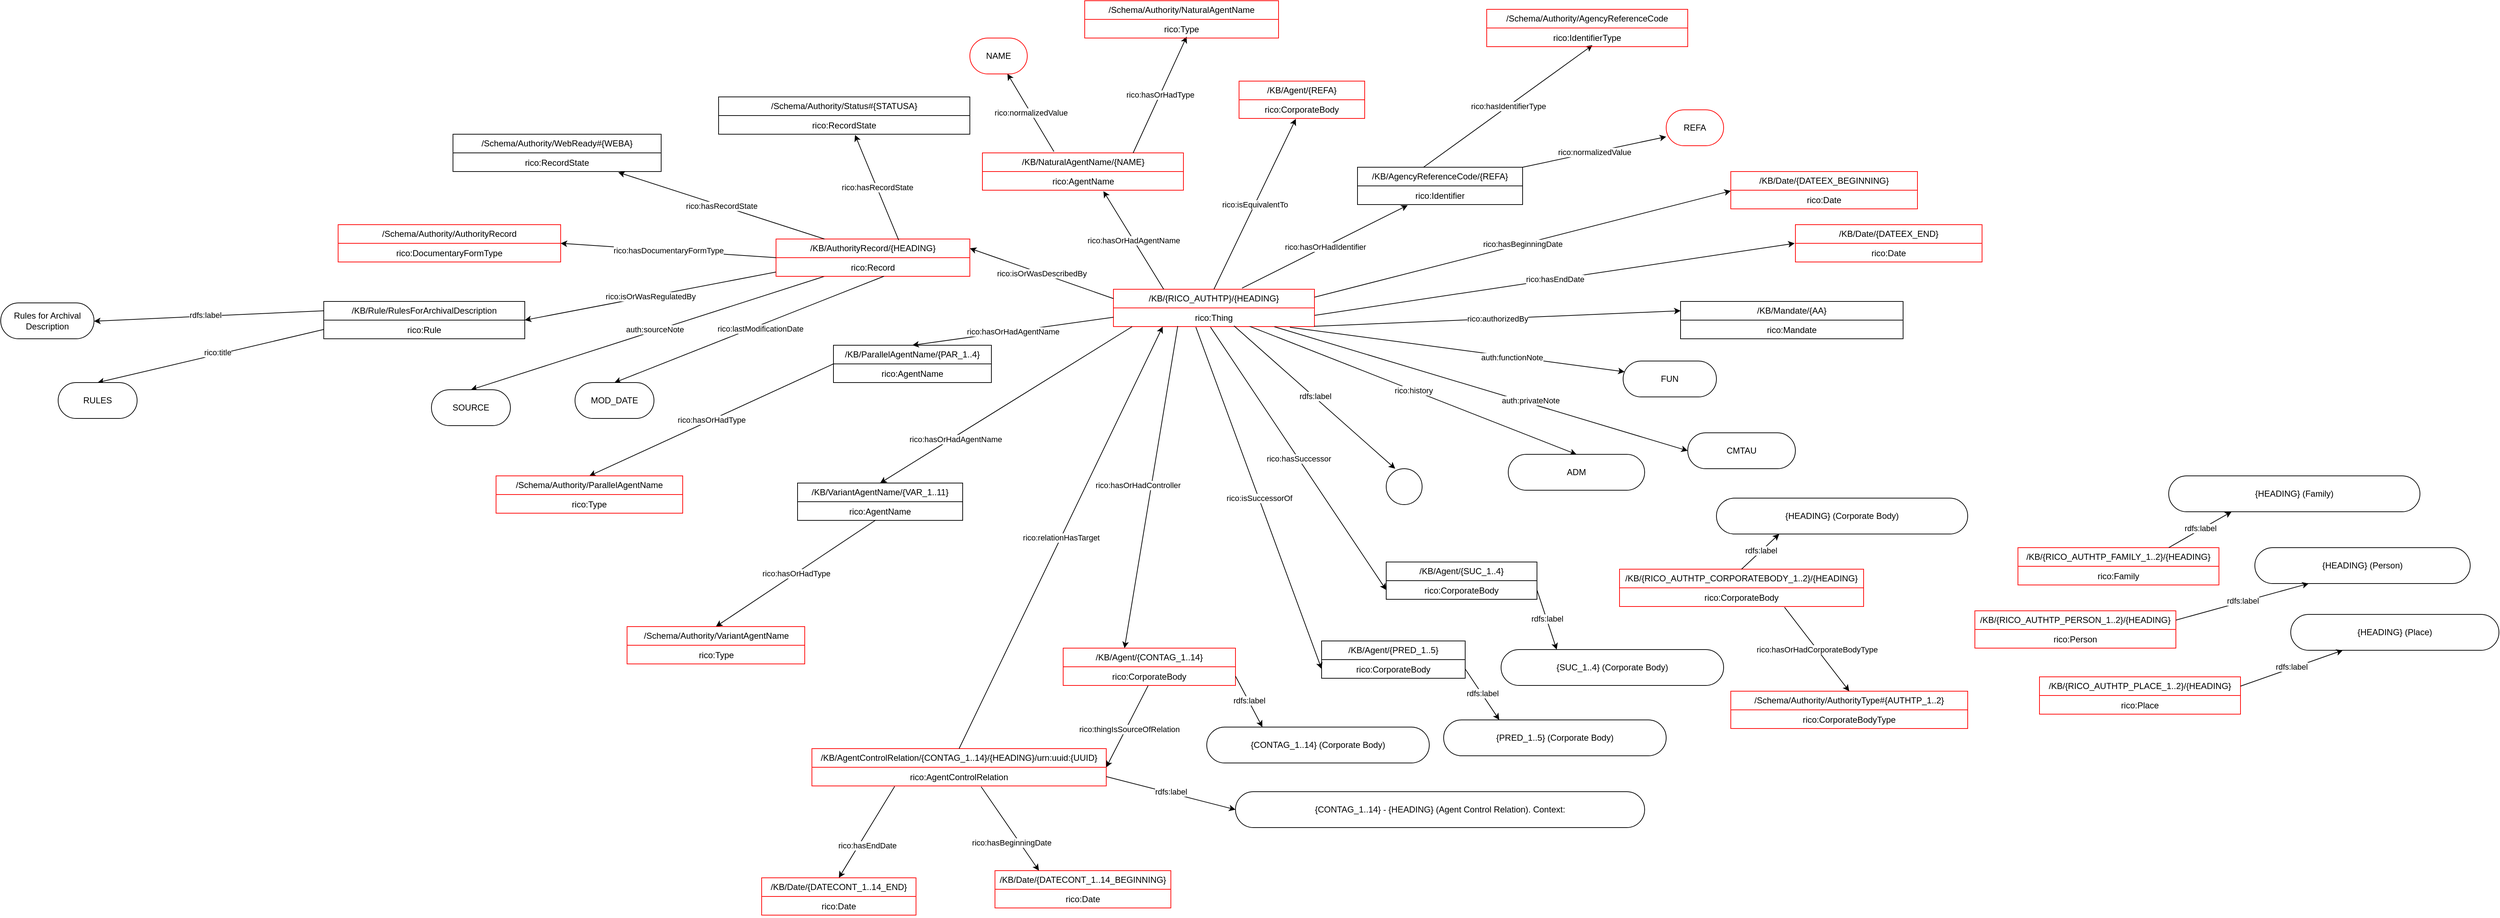
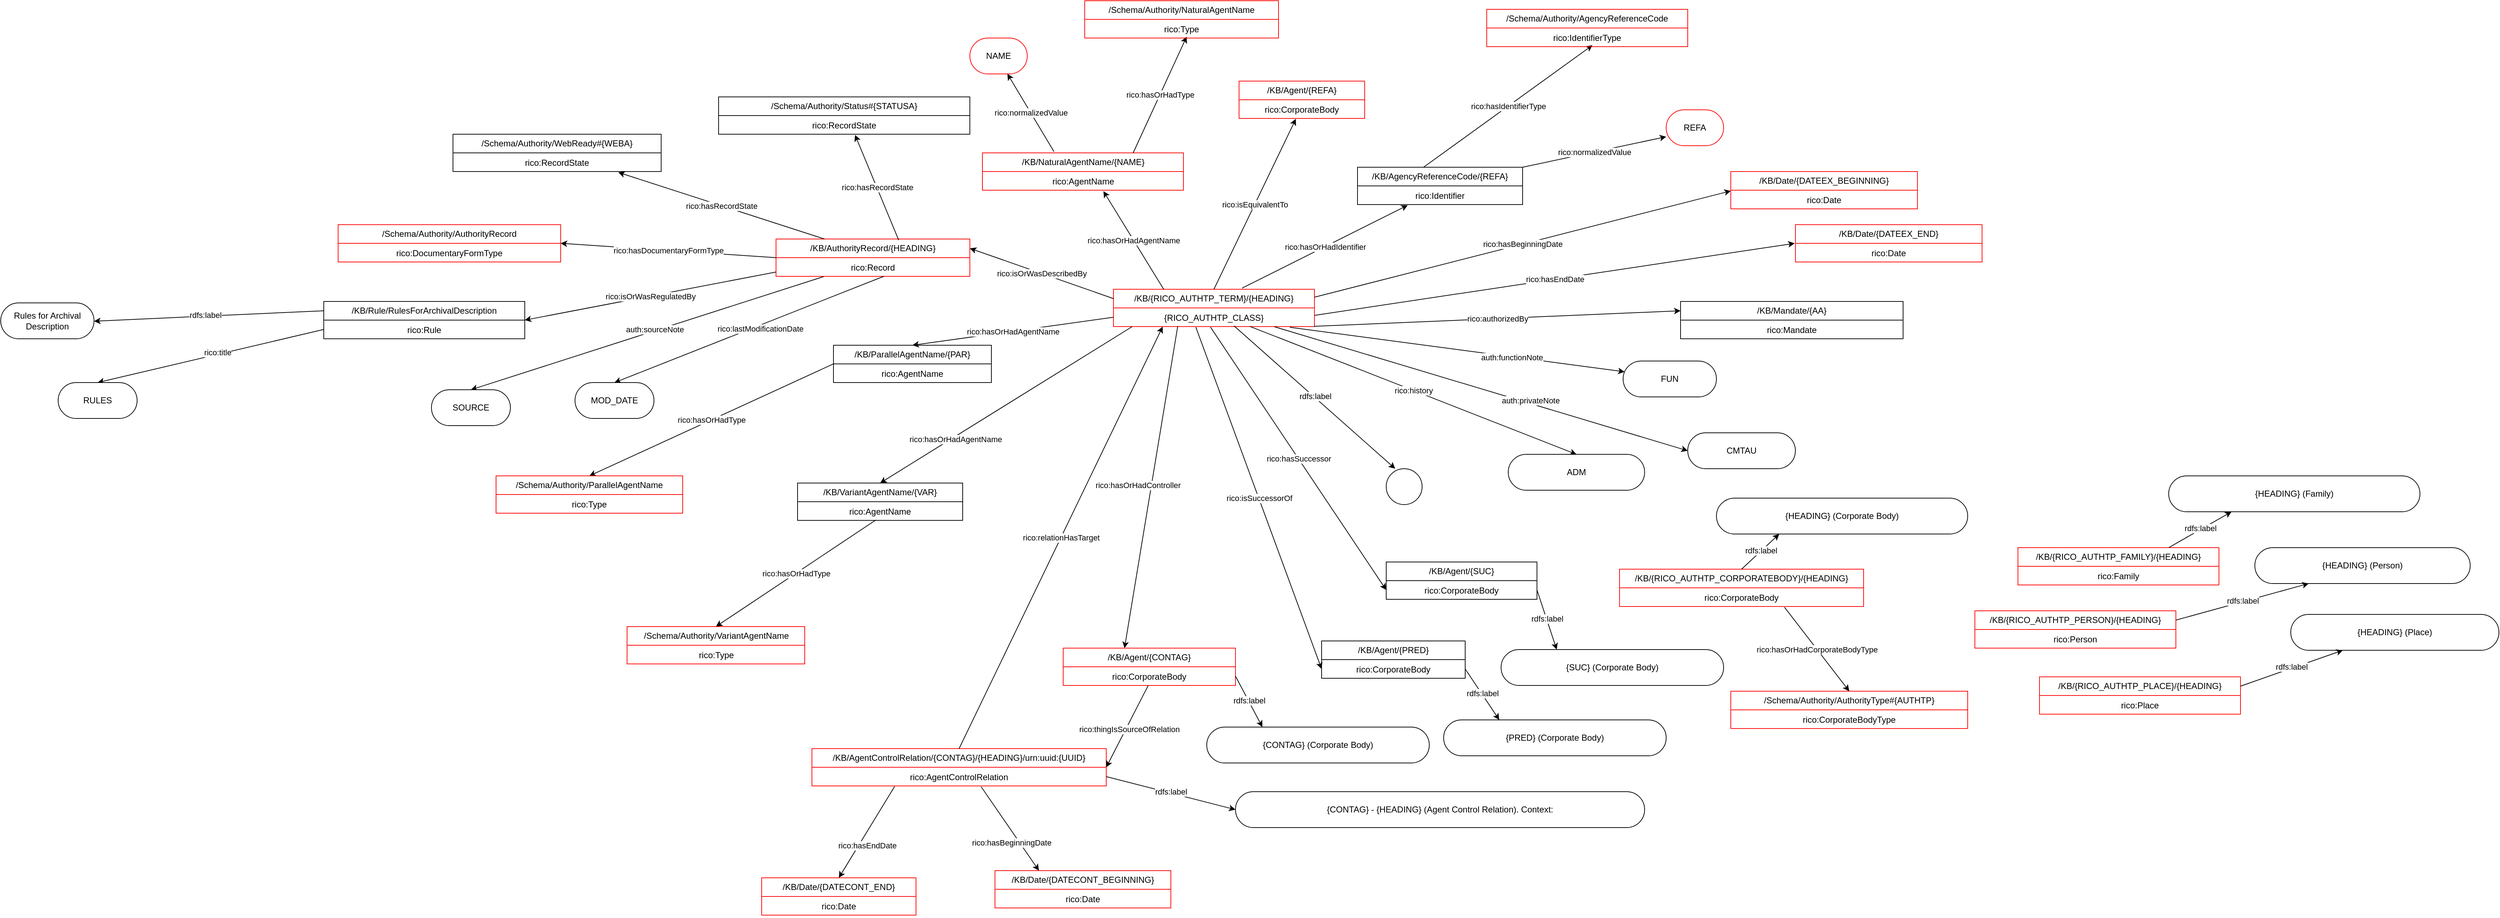
- <mxfile host="[::]" agent="Mozilla/5.0 (Macintosh; Intel Mac OS X 10_15_7) AppleWebKit/537.36 (KHTML, like Gecko) Chrome/141.0.0.0 Safari/537.36" version="24.7.5">
+ <mxfile host="app.diagrams.net" agent="Mozilla/5.0 (Macintosh; Intel Mac OS X 10_15_7) AppleWebKit/537.36 (KHTML, like Gecko) Chrome/137.0.0.0 Safari/537.36" version="27.1.6">
  <diagram name="Page-1" id="JNRxnBV9_3tvGunqLC9R">
-     <mxGraphModel dx="2494" dy="1562" grid="1" gridSize="10" guides="1" tooltips="1" connect="1" arrows="1" fold="1" page="1" pageScale="1" pageWidth="850" pageHeight="1100" background="#FFFFFF" math="0" shadow="0">
+     <mxGraphModel dx="2725" dy="1530" grid="1" gridSize="10" guides="1" tooltips="1" connect="1" arrows="1" fold="1" page="1" pageScale="1" pageWidth="850" pageHeight="1100" background="#FFFFFF" math="0" shadow="0">
      <root>
-         <gbadMetadata id="0">
-           <mxCell />
-           <mxCell />
-         </gbadMetadata>
+         <mxCell id="0" />
        <mxCell id="1" parent="0" />
-         <mxCell id="gmwnegnUR_CNORKRYM6Y-1" value="/KB/{RICO_AUTHTP}/{HEADING}" style="swimlane;fontStyle=0;childLayout=stackLayout;horizontal=1;startSize=26;fillColor=none;horizontalStack=0;resizeParent=1;resizeParentMax=0;resizeLast=0;collapsible=1;marginBottom=0;whiteSpace=wrap;html=1;strokeColor=#FF0000;" parent="1" vertex="1">
+         <mxCell id="gmwnegnUR_CNORKRYM6Y-1" value="/KB/{RICO_AUTHTP_TERM}/{HEADING}" style="swimlane;fontStyle=0;childLayout=stackLayout;horizontal=1;startSize=26;fillColor=none;horizontalStack=0;resizeParent=1;resizeParentMax=0;resizeLast=0;collapsible=1;marginBottom=0;whiteSpace=wrap;html=1;strokeColor=#FF0000;" parent="1" vertex="1">
          <mxGeometry x="240" y="370" width="280" height="52" as="geometry" />
        </mxCell>
-         <mxCell id="gmwnegnUR_CNORKRYM6Y-2" value="rico:Thing" style="text;strokeColor=none;fillColor=none;align=center;verticalAlign=top;spacingLeft=4;spacingRight=4;overflow=hidden;rotatable=0;points=[[0,0.5],[1,0.5]];portConstraint=eastwest;whiteSpace=wrap;html=1;" parent="gmwnegnUR_CNORKRYM6Y-1" vertex="1">
+         <mxCell id="gmwnegnUR_CNORKRYM6Y-2" value="{RICO_AUTHTP_CLASS}" style="text;strokeColor=none;fillColor=none;align=center;verticalAlign=top;spacingLeft=4;spacingRight=4;overflow=hidden;rotatable=0;points=[[0,0.5],[1,0.5]];portConstraint=eastwest;whiteSpace=wrap;html=1;" parent="gmwnegnUR_CNORKRYM6Y-1" vertex="1">
          <mxGeometry y="26" width="280" height="26" as="geometry" />
        </mxCell>
        <mxCell id="gmwnegnUR_CNORKRYM6Y-10" value="" style="endArrow=classic;html=1;rounded=0;exitX=0.356;exitY=-0.034;exitDx=0;exitDy=0;exitPerimeter=0;entryX=0.654;entryY=0.996;entryDx=0;entryDy=0;entryPerimeter=0;" parent="1" source="iiJ8OJKaNMLrSCaLO3TT-1" target="gmwnegnUR_CNORKRYM6Y-12" edge="1">
          <mxGeometry relative="1" as="geometry">
            <mxPoint x="230" y="180" as="sourcePoint" />
            <mxPoint x="190" y="130" as="targetPoint" />
          </mxGeometry>
        </mxCell>
        <mxCell id="gmwnegnUR_CNORKRYM6Y-11" value="rico:normalizedValue" style="edgeLabel;resizable=0;html=1;;align=center;verticalAlign=middle;" parent="gmwnegnUR_CNORKRYM6Y-10" connectable="0" vertex="1">
          <mxGeometry relative="1" as="geometry" />
        </mxCell>
        <mxCell id="gmwnegnUR_CNORKRYM6Y-12" value="NAME" style="html=1;whiteSpace=wrap;rounded=1;arcSize=50;strokeColor=#FF0000;" parent="1" vertex="1">
          <mxGeometry x="40" y="20" width="80" height="50" as="geometry" />
        </mxCell>
        <mxCell id="gmwnegnUR_CNORKRYM6Y-13" value="/KB/AgencyReferenceCode/{REFA}" style="swimlane;fontStyle=0;childLayout=stackLayout;horizontal=1;startSize=26;fillColor=none;horizontalStack=0;resizeParent=1;resizeParentMax=0;resizeLast=0;collapsible=1;marginBottom=0;whiteSpace=wrap;html=1;" parent="1" vertex="1">
          <mxGeometry x="580" y="200" width="230" height="52" as="geometry">
            <mxRectangle x="981" y="570" width="50" height="40" as="alternateBounds" />
          </mxGeometry>
        </mxCell>
        <mxCell id="gmwnegnUR_CNORKRYM6Y-14" value="rico:Identifier" style="text;strokeColor=none;fillColor=none;align=center;verticalAlign=top;spacingLeft=4;spacingRight=4;overflow=hidden;rotatable=0;points=[[0,0.5],[1,0.5]];portConstraint=eastwest;whiteSpace=wrap;html=1;" parent="gmwnegnUR_CNORKRYM6Y-13" vertex="1">
          <mxGeometry y="26" width="230" height="26" as="geometry" />
        </mxCell>
        <mxCell id="gmwnegnUR_CNORKRYM6Y-16" value="" style="endArrow=classic;html=1;rounded=0;entryX=0.304;entryY=1.038;entryDx=0;entryDy=0;entryPerimeter=0;exitX=0.64;exitY=-0.029;exitDx=0;exitDy=0;exitPerimeter=0;" parent="1" source="gmwnegnUR_CNORKRYM6Y-1" target="gmwnegnUR_CNORKRYM6Y-14" edge="1">
          <mxGeometry relative="1" as="geometry">
            <mxPoint x="410" y="350" as="sourcePoint" />
            <mxPoint x="490" y="300" as="targetPoint" />
          </mxGeometry>
        </mxCell>
        <mxCell id="gmwnegnUR_CNORKRYM6Y-17" value="rico:hasOrHadIdentifier" style="edgeLabel;resizable=0;html=1;;align=center;verticalAlign=middle;" parent="gmwnegnUR_CNORKRYM6Y-16" connectable="0" vertex="1">
          <mxGeometry relative="1" as="geometry" />
        </mxCell>
        <mxCell id="gmwnegnUR_CNORKRYM6Y-18" value="" style="endArrow=classic;html=1;rounded=0;exitX=0.4;exitY=0;exitDx=0;exitDy=0;exitPerimeter=0;entryX=0.526;entryY=0.923;entryDx=0;entryDy=0;entryPerimeter=0;" parent="1" source="gmwnegnUR_CNORKRYM6Y-13" target="lstVy3rX84DfsURla7Zy-17" edge="1">
          <mxGeometry relative="1" as="geometry">
            <mxPoint x="320" y="60" as="sourcePoint" />
            <mxPoint x="810" y="140" as="targetPoint" />
          </mxGeometry>
        </mxCell>
        <mxCell id="gmwnegnUR_CNORKRYM6Y-19" value="rico:hasIdentifierType" style="edgeLabel;resizable=0;html=1;;align=center;verticalAlign=middle;" parent="gmwnegnUR_CNORKRYM6Y-18" connectable="0" vertex="1">
          <mxGeometry relative="1" as="geometry" />
        </mxCell>
        <mxCell id="iiJ8OJKaNMLrSCaLO3TT-1" value="/KB/NaturalAgentName/{NAME}" style="swimlane;fontStyle=0;childLayout=stackLayout;horizontal=1;startSize=26;fillColor=none;horizontalStack=0;resizeParent=1;resizeParentMax=0;resizeLast=0;collapsible=1;marginBottom=0;whiteSpace=wrap;html=1;strokeColor=#FF0000;" parent="1" vertex="1">
          <mxGeometry x="57.5" y="180" width="280" height="52" as="geometry">
            <mxRectangle x="981" y="570" width="50" height="40" as="alternateBounds" />
          </mxGeometry>
        </mxCell>
        <mxCell id="iiJ8OJKaNMLrSCaLO3TT-2" value="rico:AgentName" style="text;strokeColor=none;fillColor=none;align=center;verticalAlign=top;spacingLeft=4;spacingRight=4;overflow=hidden;rotatable=0;points=[[0,0.5],[1,0.5]];portConstraint=eastwest;whiteSpace=wrap;html=1;" parent="iiJ8OJKaNMLrSCaLO3TT-1" vertex="1">
          <mxGeometry y="26" width="280" height="26" as="geometry" />
        </mxCell>
        <mxCell id="iiJ8OJKaNMLrSCaLO3TT-3" value="" style="endArrow=classic;html=1;rounded=0;exitX=0.25;exitY=0;exitDx=0;exitDy=0;entryX=0.602;entryY=1.051;entryDx=0;entryDy=0;entryPerimeter=0;" parent="1" source="gmwnegnUR_CNORKRYM6Y-1" target="iiJ8OJKaNMLrSCaLO3TT-2" edge="1">
          <mxGeometry relative="1" as="geometry">
            <mxPoint x="330" y="362" as="sourcePoint" />
            <mxPoint x="280" y="280" as="targetPoint" />
          </mxGeometry>
        </mxCell>
        <mxCell id="iiJ8OJKaNMLrSCaLO3TT-4" value="rico:hasOrHadAgentName" style="edgeLabel;resizable=0;html=1;;align=center;verticalAlign=middle;" parent="iiJ8OJKaNMLrSCaLO3TT-3" connectable="0" vertex="1">
          <mxGeometry relative="1" as="geometry" />
        </mxCell>
        <mxCell id="iiJ8OJKaNMLrSCaLO3TT-9" value="" style="endArrow=classic;html=1;rounded=0;exitX=1.001;exitY=0.212;exitDx=0;exitDy=0;exitPerimeter=0;entryX=0;entryY=0.038;entryDx=0;entryDy=0;strokeColor=#000000;entryPerimeter=0;" parent="1" source="gmwnegnUR_CNORKRYM6Y-1" target="iiJ8OJKaNMLrSCaLO3TT-12" edge="1">
          <mxGeometry relative="1" as="geometry">
            <mxPoint x="500" y="400.0000000000002" as="sourcePoint" />
            <mxPoint x="720" y="360" as="targetPoint" />
          </mxGeometry>
        </mxCell>
        <mxCell id="iiJ8OJKaNMLrSCaLO3TT-10" value="rico:hasBeginningDate" style="edgeLabel;resizable=0;html=1;;align=center;verticalAlign=middle;" parent="iiJ8OJKaNMLrSCaLO3TT-9" connectable="0" vertex="1">
          <mxGeometry relative="1" as="geometry" />
        </mxCell>
        <mxCell id="iiJ8OJKaNMLrSCaLO3TT-11" value="/KB/Date/{DATEEX_BEGINNING}" style="swimlane;fontStyle=0;childLayout=stackLayout;horizontal=1;startSize=26;fillColor=none;horizontalStack=0;resizeParent=1;resizeParentMax=0;resizeLast=0;collapsible=1;marginBottom=0;whiteSpace=wrap;html=1;strokeColor=#FF0000;" parent="1" vertex="1">
          <mxGeometry x="1100" y="206" width="260" height="52" as="geometry" />
        </mxCell>
        <mxCell id="iiJ8OJKaNMLrSCaLO3TT-12" value="rico:Date" style="text;strokeColor=none;fillColor=none;align=center;verticalAlign=top;spacingLeft=4;spacingRight=4;overflow=hidden;rotatable=0;points=[[0,0.5],[1,0.5]];portConstraint=eastwest;whiteSpace=wrap;html=1;" parent="iiJ8OJKaNMLrSCaLO3TT-11" vertex="1">
          <mxGeometry y="26" width="260" height="26" as="geometry" />
        </mxCell>
        <mxCell id="iiJ8OJKaNMLrSCaLO3TT-17" value="" style="endArrow=classic;html=1;rounded=0;exitX=1.001;exitY=0.397;exitDx=0;exitDy=0;exitPerimeter=0;entryX=-0.004;entryY=0;entryDx=0;entryDy=0;entryPerimeter=0;strokeColor=#000000;" parent="1" source="gmwnegnUR_CNORKRYM6Y-2" target="iiJ8OJKaNMLrSCaLO3TT-20" edge="1">
          <mxGeometry relative="1" as="geometry">
            <mxPoint x="480" y="400.0000000000002" as="sourcePoint" />
            <mxPoint x="620" y="400" as="targetPoint" />
          </mxGeometry>
        </mxCell>
        <mxCell id="iiJ8OJKaNMLrSCaLO3TT-18" value="rico:hasEndDate" style="edgeLabel;resizable=0;html=1;;align=center;verticalAlign=middle;" parent="iiJ8OJKaNMLrSCaLO3TT-17" connectable="0" vertex="1">
          <mxGeometry relative="1" as="geometry" />
        </mxCell>
        <mxCell id="iiJ8OJKaNMLrSCaLO3TT-19" value="/KB/Date/{DATEEX_END}" style="swimlane;fontStyle=0;childLayout=stackLayout;horizontal=1;startSize=26;fillColor=none;horizontalStack=0;resizeParent=1;resizeParentMax=0;resizeLast=0;collapsible=1;marginBottom=0;whiteSpace=wrap;html=1;strokeColor=#FF0000;" parent="1" vertex="1">
          <mxGeometry x="1190" y="280" width="260" height="52" as="geometry" />
        </mxCell>
        <mxCell id="iiJ8OJKaNMLrSCaLO3TT-20" value="rico:Date" style="text;strokeColor=none;fillColor=none;align=center;verticalAlign=top;spacingLeft=4;spacingRight=4;overflow=hidden;rotatable=0;points=[[0,0.5],[1,0.5]];portConstraint=eastwest;whiteSpace=wrap;html=1;" parent="iiJ8OJKaNMLrSCaLO3TT-19" vertex="1">
          <mxGeometry y="26" width="260" height="26" as="geometry" />
        </mxCell>
        <mxCell id="_-RjwaxhbeTWfwVWe4ke-1" value="/KB/Mandate/{AA}" style="swimlane;fontStyle=0;childLayout=stackLayout;horizontal=1;startSize=26;fillColor=none;horizontalStack=0;resizeParent=1;resizeParentMax=0;resizeLast=0;collapsible=1;marginBottom=0;whiteSpace=wrap;html=1;" parent="1" vertex="1">
          <mxGeometry x="1030" y="387" width="310" height="52" as="geometry" />
        </mxCell>
        <mxCell id="_-RjwaxhbeTWfwVWe4ke-2" value="rico:Mandate" style="text;strokeColor=none;fillColor=none;align=center;verticalAlign=top;spacingLeft=4;spacingRight=4;overflow=hidden;rotatable=0;points=[[0,0.5],[1,0.5]];portConstraint=eastwest;whiteSpace=wrap;html=1;" parent="_-RjwaxhbeTWfwVWe4ke-1" vertex="1">
          <mxGeometry y="26" width="310" height="26" as="geometry" />
        </mxCell>
        <mxCell id="_-RjwaxhbeTWfwVWe4ke-3" value="" style="endArrow=classic;html=1;rounded=0;exitX=0.999;exitY=0.987;exitDx=0;exitDy=0;exitPerimeter=0;entryX=0;entryY=0.25;entryDx=0;entryDy=0;" parent="1" source="gmwnegnUR_CNORKRYM6Y-2" target="_-RjwaxhbeTWfwVWe4ke-1" edge="1">
          <mxGeometry relative="1" as="geometry">
            <mxPoint x="490" y="500" as="sourcePoint" />
            <mxPoint x="630" y="500" as="targetPoint" />
          </mxGeometry>
        </mxCell>
        <mxCell id="_-RjwaxhbeTWfwVWe4ke-4" value="rico:authorizedBy" style="edgeLabel;resizable=0;html=1;;align=center;verticalAlign=middle;" parent="_-RjwaxhbeTWfwVWe4ke-3" connectable="0" vertex="1">
          <mxGeometry relative="1" as="geometry" />
        </mxCell>
        <mxCell id="_-RjwaxhbeTWfwVWe4ke-13" value="" style="endArrow=classic;html=1;rounded=0;exitX=0.678;exitY=0.987;exitDx=0;exitDy=0;exitPerimeter=0;entryX=0.5;entryY=0;entryDx=0;entryDy=0;" parent="1" source="gmwnegnUR_CNORKRYM6Y-2" target="_-RjwaxhbeTWfwVWe4ke-15" edge="1">
          <mxGeometry relative="1" as="geometry">
            <mxPoint x="330" y="540" as="sourcePoint" />
            <mxPoint x="600" y="630" as="targetPoint" />
          </mxGeometry>
        </mxCell>
        <mxCell id="_-RjwaxhbeTWfwVWe4ke-14" value="rico:history" style="edgeLabel;resizable=0;html=1;;align=center;verticalAlign=middle;" parent="_-RjwaxhbeTWfwVWe4ke-13" connectable="0" vertex="1">
          <mxGeometry relative="1" as="geometry" />
        </mxCell>
        <mxCell id="_-RjwaxhbeTWfwVWe4ke-15" value="ADM" style="html=1;whiteSpace=wrap;rounded=1;arcSize=50;" parent="1" vertex="1">
          <mxGeometry x="790" y="600" width="190" height="50" as="geometry" />
        </mxCell>
        <mxCell id="I4GB3cVhTv-sTvJ7h0Jz-26" value="" style="endArrow=classic;html=1;rounded=0;entryX=0.5;entryY=0;entryDx=0;entryDy=0;exitX=0.25;exitY=1;exitDx=0;exitDy=0;" parent="1" source="I4GB3cVhTv-sTvJ7h0Jz-29" target="I4GB3cVhTv-sTvJ7h0Jz-28" edge="1">
          <mxGeometry relative="1" as="geometry">
            <mxPoint x="-141" y="400" as="sourcePoint" />
            <mxPoint x="-140" y="650" as="targetPoint" />
          </mxGeometry>
        </mxCell>
        <mxCell id="I4GB3cVhTv-sTvJ7h0Jz-27" value="auth:sourceNote" style="edgeLabel;resizable=0;html=1;;align=center;verticalAlign=middle;" parent="I4GB3cVhTv-sTvJ7h0Jz-26" connectable="0" vertex="1">
          <mxGeometry relative="1" as="geometry">
            <mxPoint x="9" y="-5" as="offset" />
          </mxGeometry>
        </mxCell>
        <mxCell id="I4GB3cVhTv-sTvJ7h0Jz-28" value="SOURCE" style="html=1;whiteSpace=wrap;rounded=1;arcSize=50;" parent="1" vertex="1">
          <mxGeometry x="-710" y="510" width="110" height="50" as="geometry" />
        </mxCell>
        <mxCell id="I4GB3cVhTv-sTvJ7h0Jz-29" value="/KB/AuthorityRecord/{HEADING}" style="swimlane;fontStyle=0;childLayout=stackLayout;horizontal=1;startSize=26;fillColor=none;horizontalStack=0;resizeParent=1;resizeParentMax=0;resizeLast=0;collapsible=1;marginBottom=0;whiteSpace=wrap;html=1;strokeColor=#FF0000;" parent="1" vertex="1">
          <mxGeometry x="-230" y="300" width="270" height="52" as="geometry" />
        </mxCell>
        <mxCell id="I4GB3cVhTv-sTvJ7h0Jz-30" value="rico:Record" style="text;strokeColor=none;fillColor=none;align=center;verticalAlign=top;spacingLeft=4;spacingRight=4;overflow=hidden;rotatable=0;points=[[0,0.5],[1,0.5]];portConstraint=eastwest;whiteSpace=wrap;html=1;" parent="I4GB3cVhTv-sTvJ7h0Jz-29" vertex="1">
          <mxGeometry y="26" width="270" height="26" as="geometry" />
        </mxCell>
        <mxCell id="I4GB3cVhTv-sTvJ7h0Jz-31" value="" style="endArrow=classic;html=1;rounded=0;exitX=0;exitY=0.25;exitDx=0;exitDy=0;entryX=1;entryY=0.25;entryDx=0;entryDy=0;" parent="1" source="gmwnegnUR_CNORKRYM6Y-1" target="I4GB3cVhTv-sTvJ7h0Jz-29" edge="1">
          <mxGeometry relative="1" as="geometry">
            <mxPoint x="160" y="386" as="sourcePoint" />
            <mxPoint x="-110" y="380" as="targetPoint" />
          </mxGeometry>
        </mxCell>
        <mxCell id="I4GB3cVhTv-sTvJ7h0Jz-32" value="rico:isOrWasDescribedBy" style="edgeLabel;resizable=0;html=1;;align=center;verticalAlign=middle;" parent="I4GB3cVhTv-sTvJ7h0Jz-31" connectable="0" vertex="1">
          <mxGeometry relative="1" as="geometry" />
        </mxCell>
        <mxCell id="I4GB3cVhTv-sTvJ7h0Jz-33" value="" style="endArrow=classic;html=1;rounded=0;exitX=0;exitY=0.5;exitDx=0;exitDy=0;entryX=1;entryY=0.5;entryDx=0;entryDy=0;" parent="1" source="I4GB3cVhTv-sTvJ7h0Jz-29" target="I4GB3cVhTv-sTvJ7h0Jz-35" edge="1">
          <mxGeometry relative="1" as="geometry">
            <mxPoint x="-200" y="364" as="sourcePoint" />
            <mxPoint x="-410" y="410" as="targetPoint" />
          </mxGeometry>
        </mxCell>
        <mxCell id="I4GB3cVhTv-sTvJ7h0Jz-34" value="rico:hasDocumentaryFormType" style="edgeLabel;resizable=0;html=1;;align=center;verticalAlign=middle;" parent="I4GB3cVhTv-sTvJ7h0Jz-33" connectable="0" vertex="1">
          <mxGeometry relative="1" as="geometry" />
        </mxCell>
        <mxCell id="I4GB3cVhTv-sTvJ7h0Jz-35" value="/Schema/Authority/AuthorityRecord" style="swimlane;fontStyle=0;childLayout=stackLayout;horizontal=1;startSize=26;fillColor=none;horizontalStack=0;resizeParent=1;resizeParentMax=0;resizeLast=0;collapsible=1;marginBottom=0;whiteSpace=wrap;html=1;strokeColor=#FF0000;" parent="1" vertex="1">
          <mxGeometry x="-840" y="280" width="310" height="52" as="geometry">
            <mxRectangle x="981" y="570" width="50" height="40" as="alternateBounds" />
          </mxGeometry>
        </mxCell>
        <mxCell id="I4GB3cVhTv-sTvJ7h0Jz-36" value="rico:DocumentaryFormType" style="text;strokeColor=none;fillColor=none;align=center;verticalAlign=top;spacingLeft=4;spacingRight=4;overflow=hidden;rotatable=0;points=[[0,0.5],[1,0.5]];portConstraint=eastwest;whiteSpace=wrap;html=1;" parent="I4GB3cVhTv-sTvJ7h0Jz-35" vertex="1">
          <mxGeometry y="26" width="310" height="26" as="geometry" />
        </mxCell>
        <mxCell id="I4GB3cVhTv-sTvJ7h0Jz-37" value="" style="endArrow=classic;html=1;rounded=0;exitX=0;exitY=0.769;exitDx=0;exitDy=0;exitPerimeter=0;entryX=1;entryY=0.5;entryDx=0;entryDy=0;" parent="1" source="I4GB3cVhTv-sTvJ7h0Jz-30" target="mXWEuhzCrtuQsP6tQl7L-1" edge="1">
          <mxGeometry relative="1" as="geometry">
            <mxPoint x="-201" y="382" as="sourcePoint" />
            <mxPoint x="-411" y="470" as="targetPoint" />
          </mxGeometry>
        </mxCell>
        <mxCell id="I4GB3cVhTv-sTvJ7h0Jz-38" value="rico:isOrWasRegulatedBy" style="edgeLabel;resizable=0;html=1;;align=center;verticalAlign=middle;" parent="I4GB3cVhTv-sTvJ7h0Jz-37" connectable="0" vertex="1">
          <mxGeometry relative="1" as="geometry" />
        </mxCell>
        <mxCell id="lTHjRTAcClQ9bYR0I0Gv-9" value="" style="endArrow=classic;html=1;rounded=0;exitX=0.25;exitY=0;exitDx=0;exitDy=0;entryX=0.794;entryY=1.045;entryDx=0;entryDy=0;entryPerimeter=0;" parent="1" source="I4GB3cVhTv-sTvJ7h0Jz-29" target="lTHjRTAcClQ9bYR0I0Gv-12" edge="1">
          <mxGeometry relative="1" as="geometry">
            <mxPoint x="-220" y="422" as="sourcePoint" />
            <mxPoint x="-260" y="390" as="targetPoint" />
          </mxGeometry>
        </mxCell>
        <mxCell id="lTHjRTAcClQ9bYR0I0Gv-10" value="rico:hasRecordState" style="edgeLabel;resizable=0;html=1;;align=center;verticalAlign=middle;" parent="lTHjRTAcClQ9bYR0I0Gv-9" connectable="0" vertex="1">
          <mxGeometry relative="1" as="geometry" />
        </mxCell>
        <mxCell id="lTHjRTAcClQ9bYR0I0Gv-11" value="/Schema/Authority/WebReady#{WEBA}" style="swimlane;fontStyle=0;childLayout=stackLayout;horizontal=1;startSize=26;fillColor=none;horizontalStack=0;resizeParent=1;resizeParentMax=0;resizeLast=0;collapsible=1;marginBottom=0;whiteSpace=wrap;html=1;" parent="1" vertex="1">
          <mxGeometry x="-680" y="154" width="290" height="52" as="geometry">
            <mxRectangle x="981" y="570" width="50" height="40" as="alternateBounds" />
          </mxGeometry>
        </mxCell>
        <mxCell id="lTHjRTAcClQ9bYR0I0Gv-12" value="rico:RecordState" style="text;strokeColor=none;fillColor=none;align=center;verticalAlign=top;spacingLeft=4;spacingRight=4;overflow=hidden;rotatable=0;points=[[0,0.5],[1,0.5]];portConstraint=eastwest;whiteSpace=wrap;html=1;" parent="lTHjRTAcClQ9bYR0I0Gv-11" vertex="1">
          <mxGeometry y="26" width="290" height="26" as="geometry" />
        </mxCell>
        <mxCell id="lTHjRTAcClQ9bYR0I0Gv-13" value="/Schema/Authority/Status#{STATUSA}" style="swimlane;fontStyle=0;childLayout=stackLayout;horizontal=1;startSize=26;fillColor=none;horizontalStack=0;resizeParent=1;resizeParentMax=0;resizeLast=0;collapsible=1;marginBottom=0;whiteSpace=wrap;html=1;" parent="1" vertex="1">
          <mxGeometry x="-310" y="102" width="350" height="52" as="geometry">
            <mxRectangle x="981" y="570" width="50" height="40" as="alternateBounds" />
          </mxGeometry>
        </mxCell>
        <mxCell id="lTHjRTAcClQ9bYR0I0Gv-14" value="rico:RecordState" style="text;strokeColor=none;fillColor=none;align=center;verticalAlign=top;spacingLeft=4;spacingRight=4;overflow=hidden;rotatable=0;points=[[0,0.5],[1,0.5]];portConstraint=eastwest;whiteSpace=wrap;html=1;" parent="lTHjRTAcClQ9bYR0I0Gv-13" vertex="1">
          <mxGeometry y="26" width="350" height="26" as="geometry" />
        </mxCell>
        <mxCell id="lTHjRTAcClQ9bYR0I0Gv-15" value="" style="endArrow=classic;html=1;rounded=0;entryX=0.543;entryY=1.038;entryDx=0;entryDy=0;entryPerimeter=0;exitX=0.633;exitY=0.03;exitDx=0;exitDy=0;exitPerimeter=0;" parent="1" source="I4GB3cVhTv-sTvJ7h0Jz-29" target="lTHjRTAcClQ9bYR0I0Gv-14" edge="1">
          <mxGeometry relative="1" as="geometry">
            <mxPoint x="-160" y="420" as="sourcePoint" />
            <mxPoint x="-110" y="380" as="targetPoint" />
          </mxGeometry>
        </mxCell>
        <mxCell id="lTHjRTAcClQ9bYR0I0Gv-16" value="rico:hasRecordState" style="edgeLabel;resizable=0;html=1;;align=center;verticalAlign=middle;" parent="lTHjRTAcClQ9bYR0I0Gv-15" connectable="0" vertex="1">
          <mxGeometry relative="1" as="geometry" />
        </mxCell>
        <mxCell id="QoX8hO-0wcaPtYNZqJav-1" value="FUN" style="html=1;whiteSpace=wrap;rounded=1;arcSize=50;" parent="1" vertex="1">
          <mxGeometry x="950" y="470" width="130" height="50" as="geometry" />
        </mxCell>
        <mxCell id="QoX8hO-0wcaPtYNZqJav-2" value="" style="endArrow=classic;html=1;rounded=0;exitX=0.878;exitY=1.038;exitDx=0;exitDy=0;exitPerimeter=0;entryX=0.016;entryY=0.3;entryDx=0;entryDy=0;entryPerimeter=0;" parent="1" source="gmwnegnUR_CNORKRYM6Y-2" target="QoX8hO-0wcaPtYNZqJav-1" edge="1">
          <mxGeometry relative="1" as="geometry">
            <mxPoint x="560" y="443.5" as="sourcePoint" />
            <mxPoint x="690" y="570" as="targetPoint" />
          </mxGeometry>
        </mxCell>
        <mxCell id="QoX8hO-0wcaPtYNZqJav-3" value="auth:functionNote" style="edgeLabel;resizable=0;html=1;;align=center;verticalAlign=middle;" parent="QoX8hO-0wcaPtYNZqJav-2" connectable="0" vertex="1">
          <mxGeometry relative="1" as="geometry">
            <mxPoint x="76" y="11" as="offset" />
          </mxGeometry>
        </mxCell>
        <mxCell id="lstVy3rX84DfsURla7Zy-16" value="/Schema/Authority/AgencyReferenceCode" style="swimlane;fontStyle=0;childLayout=stackLayout;horizontal=1;startSize=26;fillColor=none;horizontalStack=0;resizeParent=1;resizeParentMax=0;resizeLast=0;collapsible=1;marginBottom=0;whiteSpace=wrap;html=1;strokeColor=#FF0000;" parent="1" vertex="1">
          <mxGeometry x="760" y="-20" width="280" height="52" as="geometry">
            <mxRectangle x="981" y="570" width="50" height="40" as="alternateBounds" />
          </mxGeometry>
        </mxCell>
        <mxCell id="lstVy3rX84DfsURla7Zy-17" value="rico:IdentifierType" style="text;strokeColor=none;fillColor=none;align=center;verticalAlign=top;spacingLeft=4;spacingRight=4;overflow=hidden;rotatable=0;points=[[0,0.5],[1,0.5]];portConstraint=eastwest;whiteSpace=wrap;html=1;" parent="lstVy3rX84DfsURla7Zy-16" vertex="1">
          <mxGeometry y="26" width="280" height="26" as="geometry" />
        </mxCell>
        <mxCell id="lstVy3rX84DfsURla7Zy-30" value="" style="endArrow=classic;html=1;rounded=0;exitX=1;exitY=0;exitDx=0;exitDy=0;entryX=0;entryY=0.75;entryDx=0;entryDy=0;" parent="1" source="gmwnegnUR_CNORKRYM6Y-13" target="lstVy3rX84DfsURla7Zy-32" edge="1">
          <mxGeometry relative="1" as="geometry">
            <mxPoint x="1109" y="222" as="sourcePoint" />
            <mxPoint x="1090" y="164" as="targetPoint" />
          </mxGeometry>
        </mxCell>
        <mxCell id="lstVy3rX84DfsURla7Zy-31" value="rico:normalizedValue" style="edgeLabel;resizable=0;html=1;;align=center;verticalAlign=middle;" parent="lstVy3rX84DfsURla7Zy-30" connectable="0" vertex="1">
          <mxGeometry relative="1" as="geometry" />
        </mxCell>
        <mxCell id="lstVy3rX84DfsURla7Zy-32" value="REFA" style="html=1;whiteSpace=wrap;rounded=1;arcSize=50;strokeColor=#FF0000;" parent="1" vertex="1">
          <mxGeometry x="1010" y="120" width="80" height="50" as="geometry" />
        </mxCell>
        <mxCell id="LdrxgRQo7zRXQQt_UOkl-3" value="" style="endArrow=classic;html=1;rounded=0;exitX=0.32;exitY=0.972;exitDx=0;exitDy=0;exitPerimeter=0;entryX=0.356;entryY=0;entryDx=0;entryDy=0;entryPerimeter=0;" parent="1" source="gmwnegnUR_CNORKRYM6Y-2" target="LdrxgRQo7zRXQQt_UOkl-5" edge="1">
          <mxGeometry relative="1" as="geometry">
            <mxPoint x="170" y="1120" as="sourcePoint" />
            <mxPoint x="420" y="1270.6666259765625" as="targetPoint" />
          </mxGeometry>
        </mxCell>
        <mxCell id="LdrxgRQo7zRXQQt_UOkl-4" value="rico:hasOrHadController" style="edgeLabel;resizable=0;html=1;;align=center;verticalAlign=middle;" parent="LdrxgRQo7zRXQQt_UOkl-3" connectable="0" vertex="1">
          <mxGeometry relative="1" as="geometry">
            <mxPoint x="-19" y="-3" as="offset" />
          </mxGeometry>
        </mxCell>
-         <mxCell id="LdrxgRQo7zRXQQt_UOkl-5" value="/KB/Agent/{CONTAG_1..14}" style="swimlane;fontStyle=0;childLayout=stackLayout;horizontal=1;startSize=26;fillColor=none;horizontalStack=0;resizeParent=1;resizeParentMax=0;resizeLast=0;collapsible=1;marginBottom=0;whiteSpace=wrap;html=1;strokeColor=#FF0000;" parent="1" vertex="1">
+         <mxCell id="LdrxgRQo7zRXQQt_UOkl-5" value="/KB/Agent/{CONTAG}" style="swimlane;fontStyle=0;childLayout=stackLayout;horizontal=1;startSize=26;fillColor=none;horizontalStack=0;resizeParent=1;resizeParentMax=0;resizeLast=0;collapsible=1;marginBottom=0;whiteSpace=wrap;html=1;strokeColor=#FF0000;" parent="1" vertex="1">
          <mxGeometry x="170" y="870" width="240" height="52" as="geometry" />
        </mxCell>
        <mxCell id="LdrxgRQo7zRXQQt_UOkl-6" value="rico:CorporateBody" style="text;strokeColor=none;fillColor=none;align=center;verticalAlign=top;spacingLeft=4;spacingRight=4;overflow=hidden;rotatable=0;points=[[0,0.5],[1,0.5]];portConstraint=eastwest;whiteSpace=wrap;html=1;" parent="LdrxgRQo7zRXQQt_UOkl-5" vertex="1">
          <mxGeometry y="26" width="240" height="26" as="geometry" />
        </mxCell>
-         <mxCell id="LdrxgRQo7zRXQQt_UOkl-7" value="/KB/AgentControlRelation/{CONTAG_1..14}/{HEADING}/urn:uuid:{UUID}" style="swimlane;fontStyle=0;childLayout=stackLayout;horizontal=1;startSize=26;fillColor=none;horizontalStack=0;resizeParent=1;resizeParentMax=0;resizeLast=0;collapsible=1;marginBottom=0;whiteSpace=wrap;html=1;strokeColor=#FF0000;" parent="1" vertex="1">
+         <mxCell id="LdrxgRQo7zRXQQt_UOkl-7" value="/KB/AgentControlRelation/{CONTAG}/{HEADING}/urn:uuid:{UUID}" style="swimlane;fontStyle=0;childLayout=stackLayout;horizontal=1;startSize=26;fillColor=none;horizontalStack=0;resizeParent=1;resizeParentMax=0;resizeLast=0;collapsible=1;marginBottom=0;whiteSpace=wrap;html=1;strokeColor=#FF0000;" parent="1" vertex="1">
          <mxGeometry x="-180" y="1010" width="410" height="52" as="geometry" />
        </mxCell>
        <mxCell id="LdrxgRQo7zRXQQt_UOkl-8" value="rico:AgentControlRelation" style="text;strokeColor=none;fillColor=none;align=center;verticalAlign=top;spacingLeft=4;spacingRight=4;overflow=hidden;rotatable=0;points=[[0,0.5],[1,0.5]];portConstraint=eastwest;whiteSpace=wrap;html=1;" parent="LdrxgRQo7zRXQQt_UOkl-7" vertex="1">
          <mxGeometry y="26" width="410" height="26" as="geometry" />
        </mxCell>
        <mxCell id="LdrxgRQo7zRXQQt_UOkl-9" value="" style="endArrow=classic;html=1;rounded=0;entryX=1;entryY=0.5;entryDx=0;entryDy=0;exitX=0.493;exitY=1.012;exitDx=0;exitDy=0;exitPerimeter=0;" parent="1" source="LdrxgRQo7zRXQQt_UOkl-6" target="LdrxgRQo7zRXQQt_UOkl-7" edge="1">
          <mxGeometry relative="1" as="geometry">
            <mxPoint x="590" y="1630" as="sourcePoint" />
            <mxPoint x="480" y="1490" as="targetPoint" />
          </mxGeometry>
        </mxCell>
        <mxCell id="LdrxgRQo7zRXQQt_UOkl-10" value="rico:thingIsSourceOfRelation" style="edgeLabel;resizable=0;html=1;;align=center;verticalAlign=middle;" parent="LdrxgRQo7zRXQQt_UOkl-9" connectable="0" vertex="1">
          <mxGeometry relative="1" as="geometry">
            <mxPoint x="3" y="3" as="offset" />
          </mxGeometry>
        </mxCell>
        <mxCell id="LdrxgRQo7zRXQQt_UOkl-11" value="" style="endArrow=classic;html=1;rounded=0;entryX=0.245;entryY=1.005;entryDx=0;entryDy=0;entryPerimeter=0;exitX=0.5;exitY=0;exitDx=0;exitDy=0;" parent="1" source="LdrxgRQo7zRXQQt_UOkl-7" target="gmwnegnUR_CNORKRYM6Y-2" edge="1">
          <mxGeometry relative="1" as="geometry">
            <mxPoint x="420" y="1292" as="sourcePoint" />
            <mxPoint x="319.5" y="1380" as="targetPoint" />
          </mxGeometry>
        </mxCell>
        <mxCell id="LdrxgRQo7zRXQQt_UOkl-12" value="rico:relationHasTarget" style="edgeLabel;resizable=0;html=1;;align=center;verticalAlign=middle;" parent="LdrxgRQo7zRXQQt_UOkl-11" connectable="0" vertex="1">
          <mxGeometry relative="1" as="geometry" />
        </mxCell>
        <mxCell id="LdrxgRQo7zRXQQt_UOkl-13" value="" style="endArrow=classic;html=1;rounded=0;exitX=0.575;exitY=1.043;exitDx=0;exitDy=0;exitPerimeter=0;entryX=0.25;entryY=0;entryDx=0;entryDy=0;" parent="1" source="LdrxgRQo7zRXQQt_UOkl-8" target="LdrxgRQo7zRXQQt_UOkl-15" edge="1">
          <mxGeometry relative="1" as="geometry">
            <mxPoint x="530" y="1472" as="sourcePoint" />
            <mxPoint x="500" y="1610" as="targetPoint" />
          </mxGeometry>
        </mxCell>
        <mxCell id="LdrxgRQo7zRXQQt_UOkl-14" value="rico:hasBeginningDate" style="edgeLabel;resizable=0;html=1;;align=center;verticalAlign=middle;" parent="LdrxgRQo7zRXQQt_UOkl-13" connectable="0" vertex="1">
          <mxGeometry relative="1" as="geometry">
            <mxPoint x="2" y="19" as="offset" />
          </mxGeometry>
        </mxCell>
-         <mxCell id="LdrxgRQo7zRXQQt_UOkl-15" value="/KB/Date/{DATECONT_1..14_BEGINNING}" style="swimlane;fontStyle=0;childLayout=stackLayout;horizontal=1;startSize=26;fillColor=none;horizontalStack=0;resizeParent=1;resizeParentMax=0;resizeLast=0;collapsible=1;marginBottom=0;whiteSpace=wrap;html=1;strokeColor=#FF0000;" parent="1" vertex="1">
+         <mxCell id="LdrxgRQo7zRXQQt_UOkl-15" value="/KB/Date/{DATECONT_BEGINNING}" style="swimlane;fontStyle=0;childLayout=stackLayout;horizontal=1;startSize=26;fillColor=none;horizontalStack=0;resizeParent=1;resizeParentMax=0;resizeLast=0;collapsible=1;marginBottom=0;whiteSpace=wrap;html=1;strokeColor=#FF0000;" parent="1" vertex="1">
          <mxGeometry x="75" y="1180" width="245" height="52" as="geometry" />
        </mxCell>
        <mxCell id="LdrxgRQo7zRXQQt_UOkl-16" value="rico:Date" style="text;strokeColor=none;fillColor=none;align=center;verticalAlign=top;spacingLeft=4;spacingRight=4;overflow=hidden;rotatable=0;points=[[0,0.5],[1,0.5]];portConstraint=eastwest;whiteSpace=wrap;html=1;" parent="LdrxgRQo7zRXQQt_UOkl-15" vertex="1">
          <mxGeometry y="26" width="245" height="26" as="geometry" />
        </mxCell>
        <mxCell id="LdrxgRQo7zRXQQt_UOkl-17" value="" style="endArrow=classic;html=1;rounded=0;entryX=0.5;entryY=0;entryDx=0;entryDy=0;exitX=0.281;exitY=1.029;exitDx=0;exitDy=0;exitPerimeter=0;" parent="1" source="LdrxgRQo7zRXQQt_UOkl-8" target="LdrxgRQo7zRXQQt_UOkl-19" edge="1">
          <mxGeometry relative="1" as="geometry">
            <mxPoint x="460" y="1480" as="sourcePoint" />
            <mxPoint x="460" y="1730" as="targetPoint" />
          </mxGeometry>
        </mxCell>
        <mxCell id="LdrxgRQo7zRXQQt_UOkl-18" value="rico:hasEndDate" style="edgeLabel;resizable=0;html=1;;align=center;verticalAlign=middle;" parent="LdrxgRQo7zRXQQt_UOkl-17" connectable="0" vertex="1">
          <mxGeometry relative="1" as="geometry">
            <mxPoint y="18" as="offset" />
          </mxGeometry>
        </mxCell>
-         <mxCell id="LdrxgRQo7zRXQQt_UOkl-19" value="/KB/Date/{DATECONT_1..14_END}" style="swimlane;fontStyle=0;childLayout=stackLayout;horizontal=1;startSize=26;fillColor=none;horizontalStack=0;resizeParent=1;resizeParentMax=0;resizeLast=0;collapsible=1;marginBottom=0;whiteSpace=wrap;html=1;strokeColor=#FF0000;" parent="1" vertex="1">
+         <mxCell id="LdrxgRQo7zRXQQt_UOkl-19" value="/KB/Date/{DATECONT_END}" style="swimlane;fontStyle=0;childLayout=stackLayout;horizontal=1;startSize=26;fillColor=none;horizontalStack=0;resizeParent=1;resizeParentMax=0;resizeLast=0;collapsible=1;marginBottom=0;whiteSpace=wrap;html=1;strokeColor=#FF0000;" parent="1" vertex="1">
          <mxGeometry x="-250" y="1190" width="215" height="52" as="geometry" />
        </mxCell>
        <mxCell id="LdrxgRQo7zRXQQt_UOkl-20" value="rico:Date" style="text;strokeColor=none;fillColor=none;align=center;verticalAlign=top;spacingLeft=4;spacingRight=4;overflow=hidden;rotatable=0;points=[[0,0.5],[1,0.5]];portConstraint=eastwest;whiteSpace=wrap;html=1;" parent="LdrxgRQo7zRXQQt_UOkl-19" vertex="1">
          <mxGeometry y="26" width="215" height="26" as="geometry" />
        </mxCell>
        <mxCell id="LdrxgRQo7zRXQQt_UOkl-21" value="" style="endArrow=classic;html=1;rounded=0;entryX=0.5;entryY=0;entryDx=0;entryDy=0;exitX=0.093;exitY=1.005;exitDx=0;exitDy=0;exitPerimeter=0;" parent="1" source="gmwnegnUR_CNORKRYM6Y-2" target="LdrxgRQo7zRXQQt_UOkl-23" edge="1">
          <mxGeometry relative="1" as="geometry">
            <mxPoint x="250" y="620" as="sourcePoint" />
            <mxPoint x="-100" y="880" as="targetPoint" />
          </mxGeometry>
        </mxCell>
        <mxCell id="LdrxgRQo7zRXQQt_UOkl-22" value="rico:hasOrHadAgentName" style="edgeLabel;resizable=0;html=1;;align=center;verticalAlign=middle;" parent="LdrxgRQo7zRXQQt_UOkl-21" connectable="0" vertex="1">
          <mxGeometry relative="1" as="geometry">
            <mxPoint x="-71" y="48" as="offset" />
          </mxGeometry>
        </mxCell>
-         <mxCell id="LdrxgRQo7zRXQQt_UOkl-23" value="/KB/VariantAgentName/{VAR_1..11}" style="swimlane;fontStyle=0;childLayout=stackLayout;horizontal=1;startSize=26;fillColor=none;horizontalStack=0;resizeParent=1;resizeParentMax=0;resizeLast=0;collapsible=1;marginBottom=0;whiteSpace=wrap;html=1;" parent="1" vertex="1">
+         <mxCell id="LdrxgRQo7zRXQQt_UOkl-23" value="/KB/VariantAgentName/{VAR}" style="swimlane;fontStyle=0;childLayout=stackLayout;horizontal=1;startSize=26;fillColor=none;horizontalStack=0;resizeParent=1;resizeParentMax=0;resizeLast=0;collapsible=1;marginBottom=0;whiteSpace=wrap;html=1;" parent="1" vertex="1">
          <mxGeometry x="-200" y="640" width="230" height="52" as="geometry">
            <mxRectangle x="981" y="570" width="50" height="40" as="alternateBounds" />
          </mxGeometry>
        </mxCell>
        <mxCell id="LdrxgRQo7zRXQQt_UOkl-24" value="rico:AgentName" style="text;strokeColor=none;fillColor=none;align=center;verticalAlign=top;spacingLeft=4;spacingRight=4;overflow=hidden;rotatable=0;points=[[0,0.5],[1,0.5]];portConstraint=eastwest;whiteSpace=wrap;html=1;" parent="LdrxgRQo7zRXQQt_UOkl-23" vertex="1">
          <mxGeometry y="26" width="230" height="26" as="geometry" />
        </mxCell>
        <mxCell id="LdrxgRQo7zRXQQt_UOkl-28" value="" style="endArrow=classic;html=1;rounded=0;entryX=0;entryY=0.5;entryDx=0;entryDy=0;exitX=0.41;exitY=1.032;exitDx=0;exitDy=0;exitPerimeter=0;" parent="1" source="gmwnegnUR_CNORKRYM6Y-2" target="LdrxgRQo7zRXQQt_UOkl-31" edge="1">
          <mxGeometry relative="1" as="geometry">
            <mxPoint x="400" y="550" as="sourcePoint" />
            <mxPoint x="425" y="918" as="targetPoint" />
          </mxGeometry>
        </mxCell>
        <mxCell id="LdrxgRQo7zRXQQt_UOkl-29" value="rico:isSuccessorOf" style="edgeLabel;resizable=0;html=1;;align=center;verticalAlign=middle;" parent="LdrxgRQo7zRXQQt_UOkl-28" connectable="0" vertex="1">
          <mxGeometry relative="1" as="geometry" />
        </mxCell>
-         <mxCell id="LdrxgRQo7zRXQQt_UOkl-30" value="/KB/Agent/{PRED_1..5}" style="swimlane;fontStyle=0;childLayout=stackLayout;horizontal=1;startSize=26;fillColor=none;horizontalStack=0;resizeParent=1;resizeParentMax=0;resizeLast=0;collapsible=1;marginBottom=0;whiteSpace=wrap;html=1;strokeColor=#000000;" parent="1" vertex="1">
+         <mxCell id="LdrxgRQo7zRXQQt_UOkl-30" value="/KB/Agent/{PRED}" style="swimlane;fontStyle=0;childLayout=stackLayout;horizontal=1;startSize=26;fillColor=none;horizontalStack=0;resizeParent=1;resizeParentMax=0;resizeLast=0;collapsible=1;marginBottom=0;whiteSpace=wrap;html=1;strokeColor=#000000;" parent="1" vertex="1">
          <mxGeometry x="530" y="860" width="200" height="52" as="geometry" />
        </mxCell>
        <mxCell id="LdrxgRQo7zRXQQt_UOkl-31" value="rico:CorporateBody" style="text;strokeColor=none;fillColor=none;align=center;verticalAlign=top;spacingLeft=4;spacingRight=4;overflow=hidden;rotatable=0;points=[[0,0.5],[1,0.5]];portConstraint=eastwest;whiteSpace=wrap;html=1;" parent="LdrxgRQo7zRXQQt_UOkl-30" vertex="1">
          <mxGeometry y="26" width="200" height="26" as="geometry" />
        </mxCell>
        <mxCell id="LdrxgRQo7zRXQQt_UOkl-32" value="" style="endArrow=classic;html=1;rounded=0;exitX=0.483;exitY=1.032;exitDx=0;exitDy=0;entryX=0;entryY=0.5;entryDx=0;entryDy=0;exitPerimeter=0;" parent="1" source="gmwnegnUR_CNORKRYM6Y-2" target="LdrxgRQo7zRXQQt_UOkl-35" edge="1">
          <mxGeometry relative="1" as="geometry">
            <mxPoint x="510" y="710" as="sourcePoint" />
            <mxPoint x="275" y="858" as="targetPoint" />
          </mxGeometry>
        </mxCell>
        <mxCell id="LdrxgRQo7zRXQQt_UOkl-33" value="rico:hasSuccessor" style="edgeLabel;resizable=0;html=1;;align=center;verticalAlign=middle;" parent="LdrxgRQo7zRXQQt_UOkl-32" connectable="0" vertex="1">
          <mxGeometry relative="1" as="geometry" />
        </mxCell>
-         <mxCell id="LdrxgRQo7zRXQQt_UOkl-34" value="/KB/Agent/{SUC_1..4}" style="swimlane;fontStyle=0;childLayout=stackLayout;horizontal=1;startSize=26;fillColor=none;horizontalStack=0;resizeParent=1;resizeParentMax=0;resizeLast=0;collapsible=1;marginBottom=0;whiteSpace=wrap;html=1;strokeColor=#000000;" parent="1" vertex="1">
+         <mxCell id="LdrxgRQo7zRXQQt_UOkl-34" value="/KB/Agent/{SUC}" style="swimlane;fontStyle=0;childLayout=stackLayout;horizontal=1;startSize=26;fillColor=none;horizontalStack=0;resizeParent=1;resizeParentMax=0;resizeLast=0;collapsible=1;marginBottom=0;whiteSpace=wrap;html=1;strokeColor=#000000;" parent="1" vertex="1">
          <mxGeometry x="620" y="750" width="210" height="52" as="geometry" />
        </mxCell>
        <mxCell id="LdrxgRQo7zRXQQt_UOkl-35" value="rico:CorporateBody" style="text;strokeColor=none;fillColor=none;align=center;verticalAlign=top;spacingLeft=4;spacingRight=4;overflow=hidden;rotatable=0;points=[[0,0.5],[1,0.5]];portConstraint=eastwest;whiteSpace=wrap;html=1;" parent="LdrxgRQo7zRXQQt_UOkl-34" vertex="1">
          <mxGeometry y="26" width="210" height="26" as="geometry" />
        </mxCell>
        <mxCell id="LdrxgRQo7zRXQQt_UOkl-36" value="" style="endArrow=classic;html=1;rounded=0;exitX=0;exitY=0.5;exitDx=0;exitDy=0;entryX=0.5;entryY=0;entryDx=0;entryDy=0;" parent="1" source="gmwnegnUR_CNORKRYM6Y-2" target="LdrxgRQo7zRXQQt_UOkl-38" edge="1">
          <mxGeometry relative="1" as="geometry">
            <mxPoint x="203" y="949" as="sourcePoint" />
            <mxPoint x="-70" y="770" as="targetPoint" />
          </mxGeometry>
        </mxCell>
        <mxCell id="LdrxgRQo7zRXQQt_UOkl-37" value="rico:hasOrHadAgentName" style="edgeLabel;resizable=0;html=1;;align=center;verticalAlign=middle;" parent="LdrxgRQo7zRXQQt_UOkl-36" connectable="0" vertex="1">
          <mxGeometry relative="1" as="geometry" />
        </mxCell>
-         <mxCell id="LdrxgRQo7zRXQQt_UOkl-38" value="/KB/ParallelAgentName/{PAR_1..4}" style="swimlane;fontStyle=0;childLayout=stackLayout;horizontal=1;startSize=26;fillColor=none;horizontalStack=0;resizeParent=1;resizeParentMax=0;resizeLast=0;collapsible=1;marginBottom=0;whiteSpace=wrap;html=1;" parent="1" vertex="1">
+         <mxCell id="LdrxgRQo7zRXQQt_UOkl-38" value="/KB/ParallelAgentName/{PAR}" style="swimlane;fontStyle=0;childLayout=stackLayout;horizontal=1;startSize=26;fillColor=none;horizontalStack=0;resizeParent=1;resizeParentMax=0;resizeLast=0;collapsible=1;marginBottom=0;whiteSpace=wrap;html=1;" parent="1" vertex="1">
          <mxGeometry x="-150" y="448" width="220" height="52" as="geometry">
            <mxRectangle x="981" y="570" width="50" height="40" as="alternateBounds" />
          </mxGeometry>
        </mxCell>
        <mxCell id="LdrxgRQo7zRXQQt_UOkl-39" value="rico:AgentName" style="text;strokeColor=none;fillColor=none;align=center;verticalAlign=top;spacingLeft=4;spacingRight=4;overflow=hidden;rotatable=0;points=[[0,0.5],[1,0.5]];portConstraint=eastwest;whiteSpace=wrap;html=1;" parent="LdrxgRQo7zRXQQt_UOkl-38" vertex="1">
          <mxGeometry y="26" width="220" height="26" as="geometry" />
        </mxCell>
        <mxCell id="LdrxgRQo7zRXQQt_UOkl-40" value="" style="endArrow=classic;html=1;rounded=0;entryX=0.5;entryY=0;entryDx=0;entryDy=0;exitX=0;exitY=0.5;exitDx=0;exitDy=0;" parent="1" source="LdrxgRQo7zRXQQt_UOkl-38" target="LdrxgRQo7zRXQQt_UOkl-42" edge="1">
          <mxGeometry relative="1" as="geometry">
            <mxPoint x="-180" y="700" as="sourcePoint" />
            <mxPoint x="-300" y="749" as="targetPoint" />
          </mxGeometry>
        </mxCell>
        <mxCell id="LdrxgRQo7zRXQQt_UOkl-41" value="rico:hasOrHadType" style="edgeLabel;resizable=0;html=1;;align=center;verticalAlign=middle;" parent="LdrxgRQo7zRXQQt_UOkl-40" connectable="0" vertex="1">
          <mxGeometry relative="1" as="geometry" />
        </mxCell>
        <mxCell id="LdrxgRQo7zRXQQt_UOkl-42" value="/Schema/Authority/ParallelAgentName" style="swimlane;fontStyle=0;childLayout=stackLayout;horizontal=1;startSize=26;fillColor=none;horizontalStack=0;resizeParent=1;resizeParentMax=0;resizeLast=0;collapsible=1;marginBottom=0;whiteSpace=wrap;html=1;strokeColor=#FF0000;" parent="1" vertex="1">
          <mxGeometry x="-620" y="630" width="260" height="52" as="geometry" />
        </mxCell>
        <mxCell id="LdrxgRQo7zRXQQt_UOkl-43" value="rico:Type" style="text;strokeColor=none;fillColor=none;align=center;verticalAlign=top;spacingLeft=4;spacingRight=4;overflow=hidden;rotatable=0;points=[[0,0.5],[1,0.5]];portConstraint=eastwest;whiteSpace=wrap;html=1;" parent="LdrxgRQo7zRXQQt_UOkl-42" vertex="1">
          <mxGeometry y="26" width="260" height="26" as="geometry" />
        </mxCell>
-         <mxCell id="LdrxgRQo7zRXQQt_UOkl-47" value="/Schema/Authority/AuthorityType#{AUTHTP_1..2}" style="swimlane;fontStyle=0;childLayout=stackLayout;horizontal=1;startSize=26;fillColor=none;horizontalStack=0;resizeParent=1;resizeParentMax=0;resizeLast=0;collapsible=1;marginBottom=0;whiteSpace=wrap;html=1;strokeColor=#FF0000;" parent="1" vertex="1">
+         <mxCell id="LdrxgRQo7zRXQQt_UOkl-47" value="/Schema/Authority/AuthorityType#{AUTHTP}" style="swimlane;fontStyle=0;childLayout=stackLayout;horizontal=1;startSize=26;fillColor=none;horizontalStack=0;resizeParent=1;resizeParentMax=0;resizeLast=0;collapsible=1;marginBottom=0;whiteSpace=wrap;html=1;strokeColor=#FF0000;" parent="1" vertex="1">
          <mxGeometry x="1100" y="930" width="330" height="52" as="geometry">
            <mxRectangle x="981" y="570" width="50" height="40" as="alternateBounds" />
          </mxGeometry>
        </mxCell>
        <mxCell id="LdrxgRQo7zRXQQt_UOkl-48" value="rico:CorporateBodyType" style="text;strokeColor=none;fillColor=none;align=center;verticalAlign=top;spacingLeft=4;spacingRight=4;overflow=hidden;rotatable=0;points=[[0,0.5],[1,0.5]];portConstraint=eastwest;whiteSpace=wrap;html=1;" parent="LdrxgRQo7zRXQQt_UOkl-47" vertex="1">
          <mxGeometry y="26" width="330" height="26" as="geometry" />
        </mxCell>
        <mxCell id="LdrxgRQo7zRXQQt_UOkl-49" value="" style="endArrow=classic;html=1;rounded=0;entryX=0.5;entryY=0;entryDx=0;entryDy=0;exitX=0.676;exitY=1.042;exitDx=0;exitDy=0;exitPerimeter=0;" parent="1" source="Z80UwrU0Vu5smdOcJr8o-2" target="LdrxgRQo7zRXQQt_UOkl-47" edge="1">
          <mxGeometry relative="1" as="geometry">
            <mxPoint x="1150" y="730" as="sourcePoint" />
            <mxPoint x="481" y="889" as="targetPoint" />
          </mxGeometry>
        </mxCell>
        <mxCell id="LdrxgRQo7zRXQQt_UOkl-50" value="rico:hasOrHadCorporateBodyType" style="edgeLabel;resizable=0;html=1;;align=center;verticalAlign=middle;" parent="LdrxgRQo7zRXQQt_UOkl-49" connectable="0" vertex="1">
          <mxGeometry relative="1" as="geometry" />
        </mxCell>
        <mxCell id="LdrxgRQo7zRXQQt_UOkl-51" value="" style="endArrow=classic;html=1;rounded=0;exitX=0.474;exitY=0.98;exitDx=0;exitDy=0;entryX=0.5;entryY=0;entryDx=0;entryDy=0;exitPerimeter=0;" parent="1" source="LdrxgRQo7zRXQQt_UOkl-24" target="LdrxgRQo7zRXQQt_UOkl-53" edge="1">
          <mxGeometry relative="1" as="geometry">
            <mxPoint x="80" y="1180" as="sourcePoint" />
            <mxPoint x="10" y="1180" as="targetPoint" />
          </mxGeometry>
        </mxCell>
        <mxCell id="LdrxgRQo7zRXQQt_UOkl-52" value="rico:hasOrHadType" style="edgeLabel;resizable=0;html=1;;align=center;verticalAlign=middle;" parent="LdrxgRQo7zRXQQt_UOkl-51" connectable="0" vertex="1">
          <mxGeometry relative="1" as="geometry" />
        </mxCell>
        <mxCell id="LdrxgRQo7zRXQQt_UOkl-53" value="/Schema/Authority/VariantAgentName" style="swimlane;fontStyle=0;childLayout=stackLayout;horizontal=1;startSize=26;fillColor=none;horizontalStack=0;resizeParent=1;resizeParentMax=0;resizeLast=0;collapsible=1;marginBottom=0;whiteSpace=wrap;html=1;strokeColor=#FF0000;" parent="1" vertex="1">
          <mxGeometry x="-437.5" y="840" width="247.5" height="52" as="geometry" />
        </mxCell>
        <mxCell id="LdrxgRQo7zRXQQt_UOkl-54" value="rico:Type" style="text;strokeColor=none;fillColor=none;align=center;verticalAlign=top;spacingLeft=4;spacingRight=4;overflow=hidden;rotatable=0;points=[[0,0.5],[1,0.5]];portConstraint=eastwest;whiteSpace=wrap;html=1;" parent="LdrxgRQo7zRXQQt_UOkl-53" vertex="1">
          <mxGeometry y="26" width="247.5" height="26" as="geometry" />
        </mxCell>
        <mxCell id="PsgF6pNrnCMBm3obLfe6-1" value="" style="endArrow=classic;html=1;rounded=0;exitX=0.75;exitY=0;exitDx=0;exitDy=0;entryX=0.526;entryY=0.923;entryDx=0;entryDy=0;entryPerimeter=0;" parent="1" source="iiJ8OJKaNMLrSCaLO3TT-1" target="PsgF6pNrnCMBm3obLfe6-4" edge="1">
          <mxGeometry relative="1" as="geometry">
            <mxPoint x="307" y="90" as="sourcePoint" />
            <mxPoint x="410" y="30" as="targetPoint" />
          </mxGeometry>
        </mxCell>
        <mxCell id="PsgF6pNrnCMBm3obLfe6-2" value="rico:hasOrHadType" style="edgeLabel;resizable=0;html=1;;align=center;verticalAlign=middle;" parent="PsgF6pNrnCMBm3obLfe6-1" connectable="0" vertex="1">
          <mxGeometry relative="1" as="geometry" />
        </mxCell>
        <mxCell id="PsgF6pNrnCMBm3obLfe6-3" value="/Schema/Authority/NaturalAgentName" style="swimlane;fontStyle=0;childLayout=stackLayout;horizontal=1;startSize=26;fillColor=none;horizontalStack=0;resizeParent=1;resizeParentMax=0;resizeLast=0;collapsible=1;marginBottom=0;whiteSpace=wrap;html=1;strokeColor=#FF0000;" parent="1" vertex="1">
          <mxGeometry x="200" y="-32" width="270" height="52" as="geometry">
            <mxRectangle x="981" y="570" width="50" height="40" as="alternateBounds" />
          </mxGeometry>
        </mxCell>
        <mxCell id="PsgF6pNrnCMBm3obLfe6-4" value="rico:Type" style="text;strokeColor=none;fillColor=none;align=center;verticalAlign=top;spacingLeft=4;spacingRight=4;overflow=hidden;rotatable=0;points=[[0,0.5],[1,0.5]];portConstraint=eastwest;whiteSpace=wrap;html=1;" parent="PsgF6pNrnCMBm3obLfe6-3" vertex="1">
          <mxGeometry y="26" width="270" height="26" as="geometry" />
        </mxCell>
        <mxCell id="cuPy41NEiSmLZpDvVlvN-1" value="CMTAU" style="html=1;whiteSpace=wrap;rounded=1;arcSize=50;" parent="1" vertex="1">
          <mxGeometry x="1040" y="570" width="150" height="50" as="geometry" />
        </mxCell>
        <mxCell id="cuPy41NEiSmLZpDvVlvN-2" value="" style="endArrow=classic;html=1;rounded=0;exitX=0.801;exitY=1.01;exitDx=0;exitDy=0;exitPerimeter=0;entryX=0;entryY=0.5;entryDx=0;entryDy=0;" parent="1" source="gmwnegnUR_CNORKRYM6Y-2" target="cuPy41NEiSmLZpDvVlvN-1" edge="1">
          <mxGeometry relative="1" as="geometry">
            <mxPoint x="461" y="433" as="sourcePoint" />
            <mxPoint x="1157" y="485" as="targetPoint" />
          </mxGeometry>
        </mxCell>
        <mxCell id="cuPy41NEiSmLZpDvVlvN-3" value="auth:privateNote" style="edgeLabel;resizable=0;html=1;;align=center;verticalAlign=middle;" parent="cuPy41NEiSmLZpDvVlvN-2" connectable="0" vertex="1">
          <mxGeometry relative="1" as="geometry">
            <mxPoint x="69" y="16" as="offset" />
          </mxGeometry>
        </mxCell>
        <mxCell id="cuPy41NEiSmLZpDvVlvN-4" value="" style="endArrow=classic;html=1;rounded=0;entryX=0.5;entryY=0;entryDx=0;entryDy=0;exitX=0.557;exitY=0.995;exitDx=0;exitDy=0;exitPerimeter=0;" parent="1" source="I4GB3cVhTv-sTvJ7h0Jz-30" target="cuPy41NEiSmLZpDvVlvN-6" edge="1">
          <mxGeometry relative="1" as="geometry">
            <mxPoint x="69.99999999999986" y="344.0799999999999" as="sourcePoint" />
            <mxPoint x="39.59" y="650" as="targetPoint" />
          </mxGeometry>
        </mxCell>
        <mxCell id="cuPy41NEiSmLZpDvVlvN-5" value="rico:lastModificationDate" style="edgeLabel;resizable=0;html=1;;align=center;verticalAlign=middle;" parent="cuPy41NEiSmLZpDvVlvN-4" connectable="0" vertex="1">
          <mxGeometry relative="1" as="geometry">
            <mxPoint x="15" y="-1" as="offset" />
          </mxGeometry>
        </mxCell>
        <mxCell id="cuPy41NEiSmLZpDvVlvN-6" value="MOD_DATE" style="html=1;whiteSpace=wrap;rounded=1;arcSize=50;" parent="1" vertex="1">
          <mxGeometry x="-510" y="500" width="110" height="50" as="geometry" />
        </mxCell>
        <mxCell id="T4FhXZd-5XpHwweIhw_B-1" value="/KB/Agent/{REFA}" style="swimlane;fontStyle=0;childLayout=stackLayout;horizontal=1;startSize=26;fillColor=none;horizontalStack=0;resizeParent=1;resizeParentMax=0;resizeLast=0;collapsible=1;marginBottom=0;whiteSpace=wrap;html=1;strokeColor=#FF0000;" parent="1" vertex="1">
          <mxGeometry x="415" y="80" width="175" height="52" as="geometry" />
        </mxCell>
        <mxCell id="T4FhXZd-5XpHwweIhw_B-2" value="rico:CorporateBody" style="text;strokeColor=none;fillColor=none;align=center;verticalAlign=top;spacingLeft=4;spacingRight=4;overflow=hidden;rotatable=0;points=[[0,0.5],[1,0.5]];portConstraint=eastwest;whiteSpace=wrap;html=1;" parent="T4FhXZd-5XpHwweIhw_B-1" vertex="1">
          <mxGeometry y="26" width="175" height="26" as="geometry" />
        </mxCell>
        <mxCell id="T4FhXZd-5XpHwweIhw_B-3" value="" style="endArrow=classic;html=1;rounded=0;exitX=0.5;exitY=0;exitDx=0;exitDy=0;entryX=0.452;entryY=1.026;entryDx=0;entryDy=0;entryPerimeter=0;" parent="1" source="gmwnegnUR_CNORKRYM6Y-1" target="T4FhXZd-5XpHwweIhw_B-2" edge="1">
          <mxGeometry relative="1" as="geometry">
            <mxPoint x="567" y="294.5" as="sourcePoint" />
            <mxPoint x="493" y="157.5" as="targetPoint" />
          </mxGeometry>
        </mxCell>
        <mxCell id="T4FhXZd-5XpHwweIhw_B-4" value="rico:isEquivalentTo" style="edgeLabel;resizable=0;html=1;;align=center;verticalAlign=middle;" parent="T4FhXZd-5XpHwweIhw_B-3" connectable="0" vertex="1">
          <mxGeometry relative="1" as="geometry" />
        </mxCell>
        <mxCell id="mXWEuhzCrtuQsP6tQl7L-1" value="/KB/Rule/RulesForArchivalDescription" style="swimlane;fontStyle=0;childLayout=stackLayout;horizontal=1;startSize=26;fillColor=none;horizontalStack=0;resizeParent=1;resizeParentMax=0;resizeLast=0;collapsible=1;marginBottom=0;whiteSpace=wrap;html=1;" parent="1" vertex="1">
          <mxGeometry x="-860" y="387" width="280" height="52" as="geometry" />
        </mxCell>
        <mxCell id="mXWEuhzCrtuQsP6tQl7L-2" value="rico:Rule" style="text;strokeColor=none;fillColor=none;align=center;verticalAlign=top;spacingLeft=4;spacingRight=4;overflow=hidden;rotatable=0;points=[[0,0.5],[1,0.5]];portConstraint=eastwest;whiteSpace=wrap;html=1;" parent="mXWEuhzCrtuQsP6tQl7L-1" vertex="1">
          <mxGeometry y="26" width="280" height="26" as="geometry" />
        </mxCell>
        <mxCell id="mXWEuhzCrtuQsP6tQl7L-3" value="" style="endArrow=classic;html=1;rounded=0;entryX=0.5;entryY=0;entryDx=0;entryDy=0;exitX=0;exitY=0.5;exitDx=0;exitDy=0;" parent="1" source="mXWEuhzCrtuQsP6tQl7L-2" target="mXWEuhzCrtuQsP6tQl7L-5" edge="1">
          <mxGeometry relative="1" as="geometry">
            <mxPoint x="-872.7" y="439.00000000000034" as="sourcePoint" />
            <mxPoint x="-650" y="669.64" as="targetPoint" />
          </mxGeometry>
        </mxCell>
        <mxCell id="mXWEuhzCrtuQsP6tQl7L-4" value="rico:title" style="edgeLabel;resizable=0;html=1;;align=center;verticalAlign=middle;" parent="mXWEuhzCrtuQsP6tQl7L-3" connectable="0" vertex="1">
          <mxGeometry relative="1" as="geometry">
            <mxPoint x="9" y="-5" as="offset" />
          </mxGeometry>
        </mxCell>
        <mxCell id="mXWEuhzCrtuQsP6tQl7L-5" value="RULES" style="html=1;whiteSpace=wrap;rounded=1;arcSize=50;" parent="1" vertex="1">
          <mxGeometry x="-1230" y="500" width="110" height="50" as="geometry" />
        </mxCell>
-         <mxCell id="mXWEuhzCrtuQsP6tQl7L-6" value="{CONTAG_1..14} - {HEADING} (Agent Control Relation). Context: &lt;urn:uuid:{UUID}&gt;" style="html=1;whiteSpace=wrap;rounded=1;arcSize=50;" parent="1" vertex="1">
+         <mxCell id="mXWEuhzCrtuQsP6tQl7L-6" value="{CONTAG} - {HEADING} (Agent Control Relation). Context: &lt;urn:uuid:{UUID}&gt;" style="html=1;whiteSpace=wrap;rounded=1;arcSize=50;" parent="1" vertex="1">
          <mxGeometry x="410" y="1070" width="570" height="50" as="geometry" />
        </mxCell>
        <mxCell id="mXWEuhzCrtuQsP6tQl7L-7" value="" style="endArrow=classic;html=1;rounded=0;exitX=1;exitY=0.5;exitDx=0;exitDy=0;entryX=0;entryY=0.5;entryDx=0;entryDy=0;" parent="1" source="LdrxgRQo7zRXQQt_UOkl-8" target="mXWEuhzCrtuQsP6tQl7L-6" edge="1">
          <mxGeometry relative="1" as="geometry">
            <mxPoint x="91" y="1073" as="sourcePoint" />
            <mxPoint x="146" y="1190" as="targetPoint" />
          </mxGeometry>
        </mxCell>
        <mxCell id="mXWEuhzCrtuQsP6tQl7L-8" value="rdfs:label" style="edgeLabel;resizable=0;html=1;;align=center;verticalAlign=middle;" parent="mXWEuhzCrtuQsP6tQl7L-7" connectable="0" vertex="1">
          <mxGeometry relative="1" as="geometry">
            <mxPoint y="-2" as="offset" />
          </mxGeometry>
        </mxCell>
        <mxCell id="mXWEuhzCrtuQsP6tQl7L-9" value="" style="endArrow=classic;html=1;rounded=0;entryX=1;entryY=0.5;entryDx=0;entryDy=0;exitX=0;exitY=0.25;exitDx=0;exitDy=0;" parent="1" source="mXWEuhzCrtuQsP6tQl7L-1" edge="1">
          <mxGeometry relative="1" as="geometry">
            <mxPoint x="-970" y="413.5000000000002" as="sourcePoint" />
            <mxPoint x="-1179.9999999999998" y="414.5" as="targetPoint" />
          </mxGeometry>
        </mxCell>
        <mxCell id="mXWEuhzCrtuQsP6tQl7L-10" value="rdfs:label" style="edgeLabel;resizable=0;html=1;;align=center;verticalAlign=middle;" parent="mXWEuhzCrtuQsP6tQl7L-9" connectable="0" vertex="1">
          <mxGeometry relative="1" as="geometry">
            <mxPoint x="-5" y="-1" as="offset" />
          </mxGeometry>
        </mxCell>
        <mxCell id="mXWEuhzCrtuQsP6tQl7L-11" value="Rules for Archival Description" style="html=1;whiteSpace=wrap;rounded=1;arcSize=50;" parent="1" vertex="1">
          <mxGeometry x="-1310" y="389" width="130" height="50" as="geometry" />
        </mxCell>
-         <mxCell id="Z80UwrU0Vu5smdOcJr8o-1" value="/KB/{RICO_AUTHTP_CORPORATEBODY_1..2}/{HEADING}" style="swimlane;fontStyle=0;childLayout=stackLayout;horizontal=1;startSize=26;fillColor=none;horizontalStack=0;resizeParent=1;resizeParentMax=0;resizeLast=0;collapsible=1;marginBottom=0;whiteSpace=wrap;html=1;strokeColor=#FF0000;" parent="1" vertex="1">
+         <mxCell id="Z80UwrU0Vu5smdOcJr8o-1" value="/KB/{RICO_AUTHTP_CORPORATEBODY}/{HEADING}" style="swimlane;fontStyle=0;childLayout=stackLayout;horizontal=1;startSize=26;fillColor=none;horizontalStack=0;resizeParent=1;resizeParentMax=0;resizeLast=0;collapsible=1;marginBottom=0;whiteSpace=wrap;html=1;strokeColor=#FF0000;" parent="1" vertex="1">
          <mxGeometry x="945" y="760" width="340" height="52" as="geometry" />
        </mxCell>
        <mxCell id="Z80UwrU0Vu5smdOcJr8o-2" value="rico:CorporateBody" style="text;strokeColor=none;fillColor=none;align=center;verticalAlign=top;spacingLeft=4;spacingRight=4;overflow=hidden;rotatable=0;points=[[0,0.5],[1,0.5]];portConstraint=eastwest;whiteSpace=wrap;html=1;" parent="Z80UwrU0Vu5smdOcJr8o-1" vertex="1">
          <mxGeometry y="26" width="340" height="26" as="geometry" />
        </mxCell>
        <mxCell id="Z80UwrU0Vu5smdOcJr8o-4" value="{HEADING} (Corporate Body)" style="html=1;whiteSpace=wrap;rounded=1;arcSize=50;" parent="1" vertex="1">
          <mxGeometry x="1080" y="661" width="350" height="50" as="geometry" />
        </mxCell>
        <mxCell id="Z80UwrU0Vu5smdOcJr8o-5" value="" style="endArrow=classic;html=1;rounded=0;exitX=0.5;exitY=0;exitDx=0;exitDy=0;entryX=0.25;entryY=1;entryDx=0;entryDy=0;" parent="1" source="Z80UwrU0Vu5smdOcJr8o-1" target="Z80UwrU0Vu5smdOcJr8o-4" edge="1">
          <mxGeometry relative="1" as="geometry">
            <mxPoint x="900" y="640" as="sourcePoint" />
            <mxPoint x="816" y="781" as="targetPoint" />
          </mxGeometry>
        </mxCell>
        <mxCell id="Z80UwrU0Vu5smdOcJr8o-6" value="rdfs:label" style="edgeLabel;resizable=0;html=1;;align=center;verticalAlign=middle;" parent="Z80UwrU0Vu5smdOcJr8o-5" connectable="0" vertex="1">
          <mxGeometry relative="1" as="geometry">
            <mxPoint y="-2" as="offset" />
          </mxGeometry>
        </mxCell>
        <mxCell id="Z80UwrU0Vu5smdOcJr8o-7" value="" style="html=1;whiteSpace=wrap;rounded=1;arcSize=50;" parent="1" vertex="1">
          <mxGeometry x="620" y="620" width="50" height="50" as="geometry" />
        </mxCell>
        <mxCell id="Z80UwrU0Vu5smdOcJr8o-8" value="" style="endArrow=classic;html=1;rounded=0;exitX=0.6;exitY=0.962;exitDx=0;exitDy=0;entryX=0.25;entryY=0;entryDx=0;entryDy=0;exitPerimeter=0;" parent="1" source="gmwnegnUR_CNORKRYM6Y-2" target="Z80UwrU0Vu5smdOcJr8o-7" edge="1">
          <mxGeometry relative="1" as="geometry">
            <mxPoint x="595" y="760" as="sourcePoint" />
            <mxPoint x="296" y="781" as="targetPoint" />
          </mxGeometry>
        </mxCell>
        <mxCell id="Z80UwrU0Vu5smdOcJr8o-9" value="rdfs:label" style="edgeLabel;resizable=0;html=1;;align=center;verticalAlign=middle;" parent="Z80UwrU0Vu5smdOcJr8o-8" connectable="0" vertex="1">
          <mxGeometry relative="1" as="geometry">
            <mxPoint y="-2" as="offset" />
          </mxGeometry>
        </mxCell>
-         <mxCell id="Z80UwrU0Vu5smdOcJr8o-10" value="/KB/{RICO_AUTHTP_FAMILY_1..2}/{HEADING}" style="swimlane;fontStyle=0;childLayout=stackLayout;horizontal=1;startSize=26;fillColor=none;horizontalStack=0;resizeParent=1;resizeParentMax=0;resizeLast=0;collapsible=1;marginBottom=0;whiteSpace=wrap;html=1;strokeColor=#FF0000;" parent="1" vertex="1">
+         <mxCell id="Z80UwrU0Vu5smdOcJr8o-10" value="/KB/{RICO_AUTHTP_FAMILY}/{HEADING}" style="swimlane;fontStyle=0;childLayout=stackLayout;horizontal=1;startSize=26;fillColor=none;horizontalStack=0;resizeParent=1;resizeParentMax=0;resizeLast=0;collapsible=1;marginBottom=0;whiteSpace=wrap;html=1;strokeColor=#FF0000;" parent="1" vertex="1">
          <mxGeometry x="1500" y="730" width="280" height="52" as="geometry" />
        </mxCell>
        <mxCell id="Z80UwrU0Vu5smdOcJr8o-11" value="rico:Family" style="text;strokeColor=none;fillColor=none;align=center;verticalAlign=top;spacingLeft=4;spacingRight=4;overflow=hidden;rotatable=0;points=[[0,0.5],[1,0.5]];portConstraint=eastwest;whiteSpace=wrap;html=1;" parent="Z80UwrU0Vu5smdOcJr8o-10" vertex="1">
          <mxGeometry y="26" width="280" height="26" as="geometry" />
        </mxCell>
-         <mxCell id="Z80UwrU0Vu5smdOcJr8o-12" value="/KB/{RICO_AUTHTP_PLACE_1..2}/{HEADING}" style="swimlane;fontStyle=0;childLayout=stackLayout;horizontal=1;startSize=26;fillColor=none;horizontalStack=0;resizeParent=1;resizeParentMax=0;resizeLast=0;collapsible=1;marginBottom=0;whiteSpace=wrap;html=1;strokeColor=#FF0000;" parent="1" vertex="1">
+         <mxCell id="Z80UwrU0Vu5smdOcJr8o-12" value="/KB/{RICO_AUTHTP_PLACE}/{HEADING}" style="swimlane;fontStyle=0;childLayout=stackLayout;horizontal=1;startSize=26;fillColor=none;horizontalStack=0;resizeParent=1;resizeParentMax=0;resizeLast=0;collapsible=1;marginBottom=0;whiteSpace=wrap;html=1;strokeColor=#FF0000;" parent="1" vertex="1">
          <mxGeometry x="1530" y="910" width="280" height="52" as="geometry" />
        </mxCell>
        <mxCell id="Z80UwrU0Vu5smdOcJr8o-13" value="rico:Place" style="text;strokeColor=none;fillColor=none;align=center;verticalAlign=top;spacingLeft=4;spacingRight=4;overflow=hidden;rotatable=0;points=[[0,0.5],[1,0.5]];portConstraint=eastwest;whiteSpace=wrap;html=1;" parent="Z80UwrU0Vu5smdOcJr8o-12" vertex="1">
          <mxGeometry y="26" width="280" height="26" as="geometry" />
        </mxCell>
-         <mxCell id="Z80UwrU0Vu5smdOcJr8o-14" value="/KB/{RICO_AUTHTP_PERSON_1..2}/{HEADING}" style="swimlane;fontStyle=0;childLayout=stackLayout;horizontal=1;startSize=26;fillColor=none;horizontalStack=0;resizeParent=1;resizeParentMax=0;resizeLast=0;collapsible=1;marginBottom=0;whiteSpace=wrap;html=1;strokeColor=#FF0000;" parent="1" vertex="1">
+         <mxCell id="Z80UwrU0Vu5smdOcJr8o-14" value="/KB/{RICO_AUTHTP_PERSON}/{HEADING}" style="swimlane;fontStyle=0;childLayout=stackLayout;horizontal=1;startSize=26;fillColor=none;horizontalStack=0;resizeParent=1;resizeParentMax=0;resizeLast=0;collapsible=1;marginBottom=0;whiteSpace=wrap;html=1;strokeColor=#FF0000;" parent="1" vertex="1">
          <mxGeometry x="1440" y="818" width="280" height="52" as="geometry" />
        </mxCell>
        <mxCell id="Z80UwrU0Vu5smdOcJr8o-15" value="rico:Person" style="text;strokeColor=none;fillColor=none;align=center;verticalAlign=top;spacingLeft=4;spacingRight=4;overflow=hidden;rotatable=0;points=[[0,0.5],[1,0.5]];portConstraint=eastwest;whiteSpace=wrap;html=1;" parent="Z80UwrU0Vu5smdOcJr8o-14" vertex="1">
          <mxGeometry y="26" width="280" height="26" as="geometry" />
        </mxCell>
        <mxCell id="Z80UwrU0Vu5smdOcJr8o-16" value="{HEADING} (Family)" style="html=1;whiteSpace=wrap;rounded=1;arcSize=50;" parent="1" vertex="1">
          <mxGeometry x="1710" y="630" width="350" height="50" as="geometry" />
        </mxCell>
        <mxCell id="Z80UwrU0Vu5smdOcJr8o-17" value="" style="endArrow=classic;html=1;rounded=0;exitX=0.75;exitY=0;exitDx=0;exitDy=0;entryX=0.25;entryY=1;entryDx=0;entryDy=0;" parent="1" source="Z80UwrU0Vu5smdOcJr8o-10" target="Z80UwrU0Vu5smdOcJr8o-16" edge="1">
          <mxGeometry relative="1" as="geometry">
            <mxPoint x="1745" y="729" as="sourcePoint" />
            <mxPoint x="1446" y="750" as="targetPoint" />
          </mxGeometry>
        </mxCell>
        <mxCell id="Z80UwrU0Vu5smdOcJr8o-18" value="rdfs:label" style="edgeLabel;resizable=0;html=1;;align=center;verticalAlign=middle;" parent="Z80UwrU0Vu5smdOcJr8o-17" connectable="0" vertex="1">
          <mxGeometry relative="1" as="geometry">
            <mxPoint y="-2" as="offset" />
          </mxGeometry>
        </mxCell>
        <mxCell id="Z80UwrU0Vu5smdOcJr8o-19" value="{HEADING} (Person)" style="html=1;whiteSpace=wrap;rounded=1;arcSize=50;" parent="1" vertex="1">
          <mxGeometry x="1830" y="730" width="300" height="50" as="geometry" />
        </mxCell>
        <mxCell id="Z80UwrU0Vu5smdOcJr8o-20" value="" style="endArrow=classic;html=1;rounded=0;exitX=1;exitY=0.25;exitDx=0;exitDy=0;entryX=0.25;entryY=1;entryDx=0;entryDy=0;" parent="1" source="Z80UwrU0Vu5smdOcJr8o-14" target="Z80UwrU0Vu5smdOcJr8o-19" edge="1">
          <mxGeometry relative="1" as="geometry">
            <mxPoint x="1865" y="829" as="sourcePoint" />
            <mxPoint x="1566" y="850" as="targetPoint" />
          </mxGeometry>
        </mxCell>
        <mxCell id="Z80UwrU0Vu5smdOcJr8o-21" value="rdfs:label" style="edgeLabel;resizable=0;html=1;;align=center;verticalAlign=middle;" parent="Z80UwrU0Vu5smdOcJr8o-20" connectable="0" vertex="1">
          <mxGeometry relative="1" as="geometry">
            <mxPoint y="-2" as="offset" />
          </mxGeometry>
        </mxCell>
        <mxCell id="Z80UwrU0Vu5smdOcJr8o-22" value="{HEADING} (Place)" style="html=1;whiteSpace=wrap;rounded=1;arcSize=50;" parent="1" vertex="1">
          <mxGeometry x="1880" y="823" width="290" height="50" as="geometry" />
        </mxCell>
        <mxCell id="Z80UwrU0Vu5smdOcJr8o-23" value="" style="endArrow=classic;html=1;rounded=0;exitX=1;exitY=0.25;exitDx=0;exitDy=0;entryX=0.25;entryY=1;entryDx=0;entryDy=0;" parent="1" source="Z80UwrU0Vu5smdOcJr8o-12" target="Z80UwrU0Vu5smdOcJr8o-22" edge="1">
          <mxGeometry relative="1" as="geometry">
            <mxPoint x="1915" y="922" as="sourcePoint" />
            <mxPoint x="1616" y="943" as="targetPoint" />
          </mxGeometry>
        </mxCell>
        <mxCell id="Z80UwrU0Vu5smdOcJr8o-24" value="rdfs:label" style="edgeLabel;resizable=0;html=1;;align=center;verticalAlign=middle;" parent="Z80UwrU0Vu5smdOcJr8o-23" connectable="0" vertex="1">
          <mxGeometry relative="1" as="geometry">
            <mxPoint y="-2" as="offset" />
          </mxGeometry>
        </mxCell>
-         <mxCell id="Z80UwrU0Vu5smdOcJr8o-25" value="{SUC_1..4} (Corporate Body)" style="html=1;whiteSpace=wrap;rounded=1;arcSize=50;" parent="1" vertex="1">
+         <mxCell id="Z80UwrU0Vu5smdOcJr8o-25" value="{SUC} (Corporate Body)" style="html=1;whiteSpace=wrap;rounded=1;arcSize=50;" parent="1" vertex="1">
          <mxGeometry x="780" y="872" width="310" height="50" as="geometry" />
        </mxCell>
        <mxCell id="Z80UwrU0Vu5smdOcJr8o-26" value="" style="endArrow=classic;html=1;rounded=0;exitX=1;exitY=0.5;exitDx=0;exitDy=0;entryX=0.25;entryY=0;entryDx=0;entryDy=0;" parent="1" source="LdrxgRQo7zRXQQt_UOkl-35" target="Z80UwrU0Vu5smdOcJr8o-25" edge="1">
          <mxGeometry relative="1" as="geometry">
            <mxPoint x="780" y="850" as="sourcePoint" />
            <mxPoint x="516" y="992" as="targetPoint" />
          </mxGeometry>
        </mxCell>
        <mxCell id="Z80UwrU0Vu5smdOcJr8o-27" value="rdfs:label" style="edgeLabel;resizable=0;html=1;;align=center;verticalAlign=middle;" parent="Z80UwrU0Vu5smdOcJr8o-26" connectable="0" vertex="1">
          <mxGeometry relative="1" as="geometry">
            <mxPoint y="-2" as="offset" />
          </mxGeometry>
        </mxCell>
-         <mxCell id="Z80UwrU0Vu5smdOcJr8o-28" value="{PRED_1..5} (Corporate Body)" style="html=1;whiteSpace=wrap;rounded=1;arcSize=50;" parent="1" vertex="1">
+         <mxCell id="Z80UwrU0Vu5smdOcJr8o-28" value="{PRED} (Corporate Body)" style="html=1;whiteSpace=wrap;rounded=1;arcSize=50;" parent="1" vertex="1">
          <mxGeometry x="700" y="970" width="310" height="50" as="geometry" />
        </mxCell>
        <mxCell id="Z80UwrU0Vu5smdOcJr8o-29" value="" style="endArrow=classic;html=1;rounded=0;exitX=1;exitY=0.5;exitDx=0;exitDy=0;entryX=0.25;entryY=0;entryDx=0;entryDy=0;" parent="1" source="LdrxgRQo7zRXQQt_UOkl-31" target="Z80UwrU0Vu5smdOcJr8o-28" edge="1">
          <mxGeometry relative="1" as="geometry">
            <mxPoint x="630" y="929" as="sourcePoint" />
            <mxPoint x="316" y="1132" as="targetPoint" />
          </mxGeometry>
        </mxCell>
        <mxCell id="Z80UwrU0Vu5smdOcJr8o-30" value="rdfs:label" style="edgeLabel;resizable=0;html=1;;align=center;verticalAlign=middle;" parent="Z80UwrU0Vu5smdOcJr8o-29" connectable="0" vertex="1">
          <mxGeometry relative="1" as="geometry">
            <mxPoint y="-2" as="offset" />
          </mxGeometry>
        </mxCell>
-         <mxCell id="Z80UwrU0Vu5smdOcJr8o-31" value="{CONTAG_1..14} (Corporate Body)" style="html=1;whiteSpace=wrap;rounded=1;arcSize=50;" parent="1" vertex="1">
+         <mxCell id="Z80UwrU0Vu5smdOcJr8o-31" value="{CONTAG} (Corporate Body)" style="html=1;whiteSpace=wrap;rounded=1;arcSize=50;" parent="1" vertex="1">
          <mxGeometry x="370" y="980" width="310" height="50" as="geometry" />
        </mxCell>
        <mxCell id="Z80UwrU0Vu5smdOcJr8o-32" value="" style="endArrow=classic;html=1;rounded=0;exitX=1;exitY=0.5;exitDx=0;exitDy=0;entryX=0.25;entryY=0;entryDx=0;entryDy=0;" parent="1" source="LdrxgRQo7zRXQQt_UOkl-6" target="Z80UwrU0Vu5smdOcJr8o-31" edge="1">
          <mxGeometry relative="1" as="geometry">
            <mxPoint x="800" y="940" as="sourcePoint" />
            <mxPoint x="386" y="1173" as="targetPoint" />
          </mxGeometry>
        </mxCell>
        <mxCell id="Z80UwrU0Vu5smdOcJr8o-33" value="rdfs:label" style="edgeLabel;resizable=0;html=1;;align=center;verticalAlign=middle;" parent="Z80UwrU0Vu5smdOcJr8o-32" connectable="0" vertex="1">
          <mxGeometry relative="1" as="geometry">
            <mxPoint y="-2" as="offset" />
          </mxGeometry>
        </mxCell>
      </root>
    </mxGraphModel>
  </diagram>
- </mxfile>
+ </mxfile>